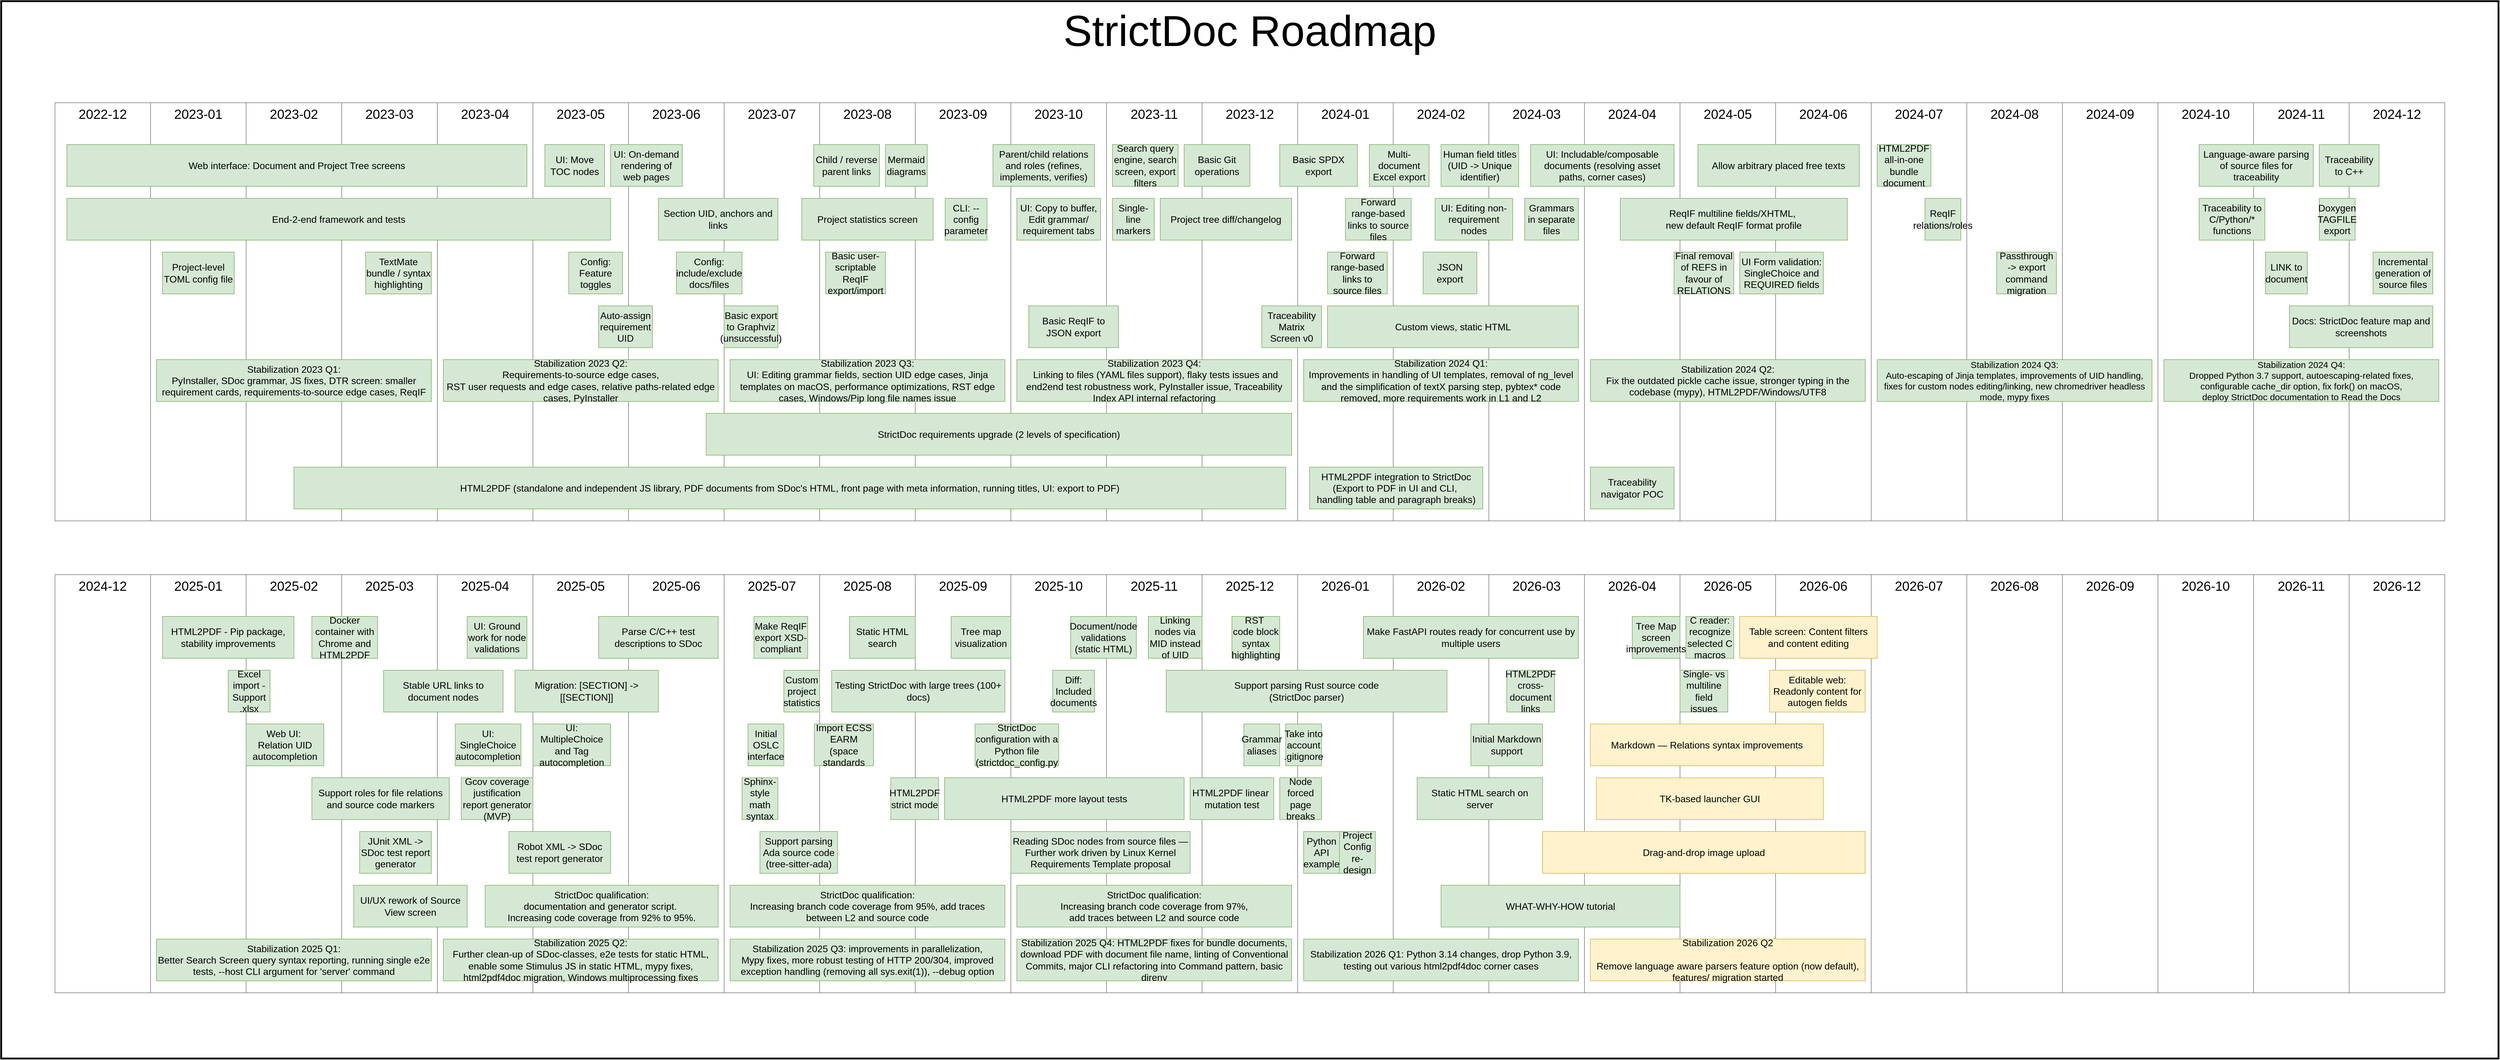
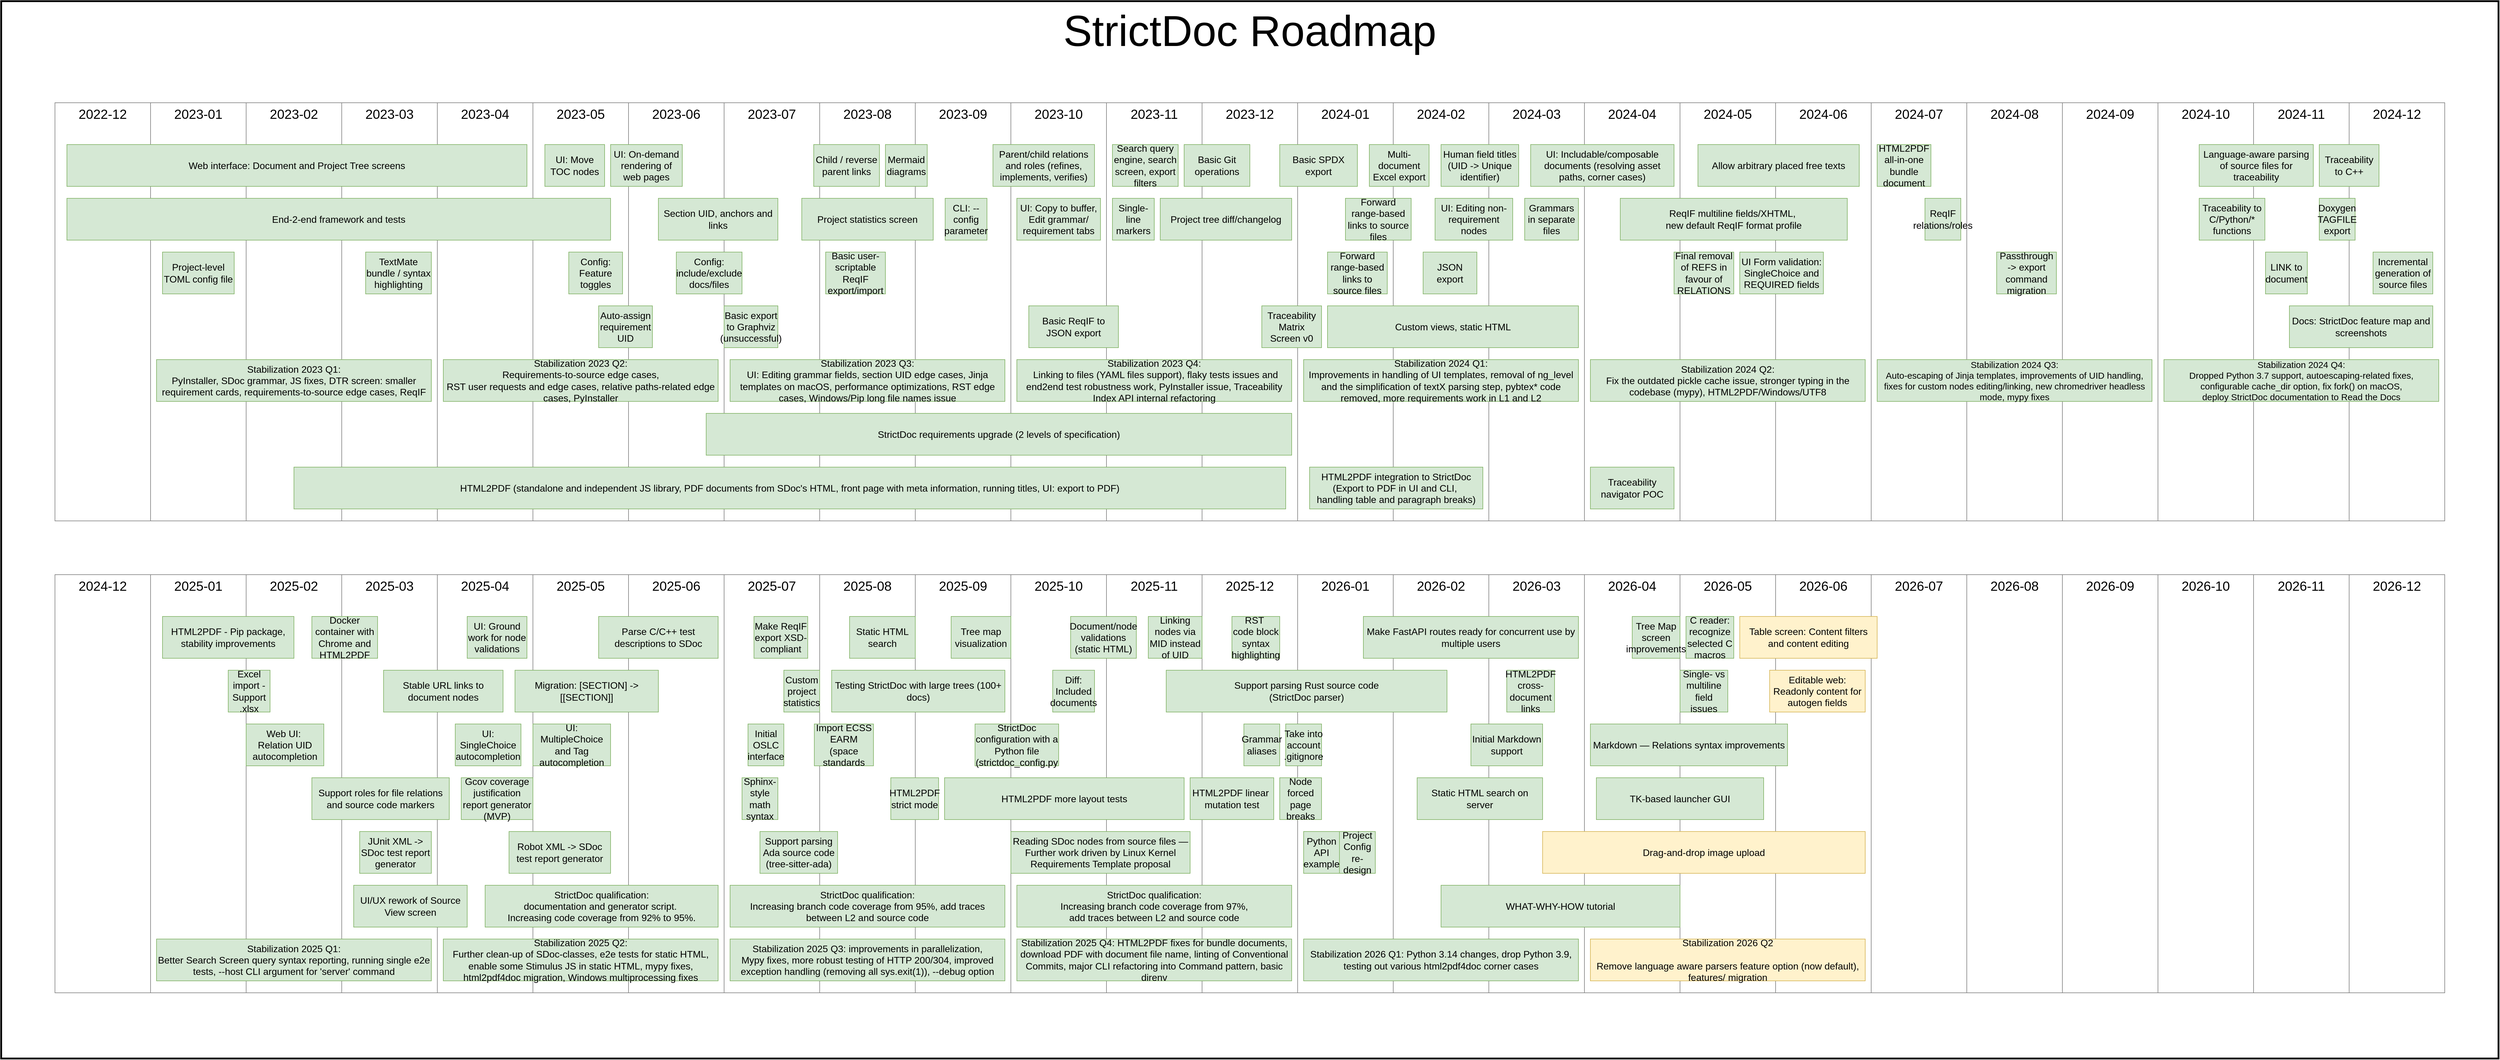
<mxfile host="Electron" agent="Mozilla/5.0 (X11; Linux x86_64) AppleWebKit/537.36 (KHTML, like Gecko) draw.io/28.2.5 Chrome/138.0.7204.251 Electron/37.6.1 Safari/537.36" version="28.2.5">
  <diagram name="Roadmap" id="QL4QDE5GQBR7DcBM7GMb">
-     <mxGraphModel dx="4606" dy="4705" grid="1" gridSize="10" guides="1" tooltips="1" connect="1" arrows="1" fold="1" page="1" pageScale="1" pageWidth="2339" pageHeight="3300" math="0" shadow="0">
+     <mxGraphModel dx="3219" dy="3873" grid="1" gridSize="10" guides="1" tooltips="1" connect="1" arrows="1" fold="1" page="1" pageScale="1" pageWidth="2339" pageHeight="3300" math="0" shadow="0">
      <root>
        <mxCell id="0" />
        <object label="Background" id="e4xbaoC47YMUbLc9hft--7">
          <mxCell style="" parent="0" />
        </object>
        <mxCell id="e4xbaoC47YMUbLc9hft--8" value="StrictDoc Roadmap" style="rounded=0;whiteSpace=wrap;html=1;verticalAlign=top;fontSize=72;strokeWidth=3;" parent="e4xbaoC47YMUbLc9hft--7" vertex="1">
          <mxGeometry x="-1450" y="-130" width="4180" height="1770" as="geometry" />
        </mxCell>
        <object label="Months" id="1">
          <mxCell style="locked=1;" parent="0" />
        </object>
        <mxCell id="5Hoejhb2v4ojji3GJ6aL-1" value="2023-09" style="rounded=0;whiteSpace=wrap;fontSize=22;verticalAlign=top;strokeColor=#808080;html=1;labelBorderColor=none;labelBackgroundColor=none;" parent="1" vertex="1">
          <mxGeometry x="80" y="40" width="160" height="700" as="geometry" />
        </mxCell>
        <mxCell id="5Hoejhb2v4ojji3GJ6aL-2" value="2023-10" style="rounded=0;whiteSpace=wrap;fontSize=22;verticalAlign=top;strokeColor=#808080;html=1;labelBorderColor=none;labelBackgroundColor=none;" parent="1" vertex="1">
          <mxGeometry x="240" y="40" width="160" height="700" as="geometry" />
        </mxCell>
        <mxCell id="5Hoejhb2v4ojji3GJ6aL-3" value="2023-11" style="rounded=0;whiteSpace=wrap;fontSize=22;verticalAlign=top;strokeColor=#808080;html=1;labelBorderColor=none;labelBackgroundColor=none;" parent="1" vertex="1">
          <mxGeometry x="400" y="40" width="160" height="700" as="geometry" />
        </mxCell>
        <mxCell id="5Hoejhb2v4ojji3GJ6aL-4" value="2023-12" style="rounded=0;whiteSpace=wrap;fontSize=22;verticalAlign=top;strokeColor=#808080;html=1;labelBorderColor=none;labelBackgroundColor=none;" parent="1" vertex="1">
          <mxGeometry x="560" y="40" width="160" height="700" as="geometry" />
        </mxCell>
        <mxCell id="5Hoejhb2v4ojji3GJ6aL-6" value="2023-08" style="rounded=0;whiteSpace=wrap;fontSize=22;verticalAlign=top;strokeColor=#808080;html=1;labelBorderColor=none;labelBackgroundColor=none;" parent="1" vertex="1">
          <mxGeometry x="-80" y="40" width="160" height="700" as="geometry" />
        </mxCell>
        <mxCell id="5Hoejhb2v4ojji3GJ6aL-7" value="2023-07" style="rounded=0;whiteSpace=wrap;fontSize=22;verticalAlign=top;strokeColor=#808080;html=1;labelBorderColor=none;labelBackgroundColor=none;" parent="1" vertex="1">
          <mxGeometry x="-240" y="40" width="160" height="700" as="geometry" />
        </mxCell>
        <mxCell id="5Hoejhb2v4ojji3GJ6aL-8" value="2023-06" style="rounded=0;whiteSpace=wrap;fontSize=22;verticalAlign=top;strokeColor=#808080;html=1;labelBorderColor=none;labelBackgroundColor=none;" parent="1" vertex="1">
          <mxGeometry x="-400" y="40" width="160" height="700" as="geometry" />
        </mxCell>
        <mxCell id="5Hoejhb2v4ojji3GJ6aL-9" value="2023-05" style="rounded=0;whiteSpace=wrap;fontSize=22;verticalAlign=top;strokeColor=#808080;html=1;labelBorderColor=none;labelBackgroundColor=none;" parent="1" vertex="1">
          <mxGeometry x="-560" y="40" width="160" height="700" as="geometry" />
        </mxCell>
        <mxCell id="5Hoejhb2v4ojji3GJ6aL-10" value="2023-04" style="rounded=0;whiteSpace=wrap;fontSize=22;verticalAlign=top;strokeColor=#808080;html=1;labelBorderColor=none;labelBackgroundColor=none;" parent="1" vertex="1">
          <mxGeometry x="-720" y="40" width="160" height="700" as="geometry" />
        </mxCell>
        <mxCell id="5Hoejhb2v4ojji3GJ6aL-11" value="2023-03" style="rounded=0;whiteSpace=wrap;fontSize=22;verticalAlign=top;strokeColor=#808080;html=1;labelBorderColor=none;labelBackgroundColor=none;" parent="1" vertex="1">
          <mxGeometry x="-880" y="40" width="160" height="700" as="geometry" />
        </mxCell>
        <mxCell id="5Hoejhb2v4ojji3GJ6aL-12" value="2023-02" style="rounded=0;whiteSpace=wrap;fontSize=22;verticalAlign=top;strokeColor=#808080;html=1;labelBorderColor=none;labelBackgroundColor=none;" parent="1" vertex="1">
          <mxGeometry x="-1040" y="40" width="160" height="700" as="geometry" />
        </mxCell>
        <mxCell id="5Hoejhb2v4ojji3GJ6aL-13" value="2023-01" style="rounded=0;whiteSpace=wrap;fontSize=22;verticalAlign=top;strokeColor=#808080;html=1;labelBorderColor=none;labelBackgroundColor=none;" parent="1" vertex="1">
          <mxGeometry x="-1200" y="40" width="160" height="700" as="geometry" />
        </mxCell>
        <mxCell id="5Hoejhb2v4ojji3GJ6aL-25" value="2024-01" style="rounded=0;whiteSpace=wrap;fontSize=22;verticalAlign=top;strokeColor=#808080;html=1;labelBorderColor=none;labelBackgroundColor=none;" parent="1" vertex="1">
          <mxGeometry x="720" y="40" width="160" height="700" as="geometry" />
        </mxCell>
        <mxCell id="5Hoejhb2v4ojji3GJ6aL-26" value="2024-02" style="rounded=0;whiteSpace=wrap;fontSize=22;verticalAlign=top;strokeColor=#808080;html=1;labelBorderColor=none;labelBackgroundColor=none;" parent="1" vertex="1">
          <mxGeometry x="880" y="40" width="160" height="700" as="geometry" />
        </mxCell>
        <mxCell id="5Hoejhb2v4ojji3GJ6aL-27" value="2024-03" style="rounded=0;whiteSpace=wrap;fontSize=22;verticalAlign=top;strokeColor=#808080;html=1;labelBorderColor=none;labelBackgroundColor=none;" parent="1" vertex="1">
          <mxGeometry x="1040" y="40" width="160" height="700" as="geometry" />
        </mxCell>
        <mxCell id="5Hoejhb2v4ojji3GJ6aL-30" value="2024-04" style="rounded=0;whiteSpace=wrap;fontSize=22;verticalAlign=top;strokeColor=#808080;html=1;labelBorderColor=none;labelBackgroundColor=none;" parent="1" vertex="1">
          <mxGeometry x="1200" y="40" width="160" height="700" as="geometry" />
        </mxCell>
        <mxCell id="5Hoejhb2v4ojji3GJ6aL-31" value="2024-05" style="rounded=0;whiteSpace=wrap;fontSize=22;verticalAlign=top;strokeColor=#808080;html=1;labelBorderColor=none;labelBackgroundColor=none;" parent="1" vertex="1">
          <mxGeometry x="1360" y="40" width="160" height="700" as="geometry" />
        </mxCell>
        <mxCell id="5Hoejhb2v4ojji3GJ6aL-32" value="2024-06" style="rounded=0;whiteSpace=wrap;fontSize=22;verticalAlign=top;strokeColor=#808080;html=1;labelBorderColor=none;labelBackgroundColor=none;" parent="1" vertex="1">
          <mxGeometry x="1520" y="40" width="160" height="700" as="geometry" />
        </mxCell>
        <mxCell id="5Hoejhb2v4ojji3GJ6aL-33" value="2024-07" style="rounded=0;whiteSpace=wrap;fontSize=22;verticalAlign=top;strokeColor=#808080;html=1;labelBorderColor=none;labelBackgroundColor=none;" parent="1" vertex="1">
          <mxGeometry x="1680" y="40" width="160" height="700" as="geometry" />
        </mxCell>
        <mxCell id="5Hoejhb2v4ojji3GJ6aL-34" value="2024-08" style="rounded=0;whiteSpace=wrap;fontSize=22;verticalAlign=top;strokeColor=#808080;html=1;labelBorderColor=none;labelBackgroundColor=none;" parent="1" vertex="1">
          <mxGeometry x="1840" y="40" width="160" height="700" as="geometry" />
        </mxCell>
        <mxCell id="5Hoejhb2v4ojji3GJ6aL-35" value="2024-09" style="rounded=0;whiteSpace=wrap;fontSize=22;verticalAlign=top;strokeColor=#808080;html=1;labelBorderColor=none;labelBackgroundColor=none;" parent="1" vertex="1">
          <mxGeometry x="2000" y="40" width="160" height="700" as="geometry" />
        </mxCell>
        <mxCell id="5Hoejhb2v4ojji3GJ6aL-36" value="2024-10" style="rounded=0;whiteSpace=wrap;fontSize=22;verticalAlign=top;strokeColor=#808080;html=1;labelBorderColor=none;labelBackgroundColor=none;" parent="1" vertex="1">
          <mxGeometry x="2160" y="40" width="160" height="700" as="geometry" />
        </mxCell>
        <mxCell id="5Hoejhb2v4ojji3GJ6aL-37" value="2024-11" style="rounded=0;whiteSpace=wrap;fontSize=22;verticalAlign=top;strokeColor=#808080;html=1;labelBorderColor=none;labelBackgroundColor=none;" parent="1" vertex="1">
          <mxGeometry x="2320" y="40" width="160" height="700" as="geometry" />
        </mxCell>
        <mxCell id="5Hoejhb2v4ojji3GJ6aL-38" value="2024-12" style="rounded=0;whiteSpace=wrap;fontSize=22;verticalAlign=top;strokeColor=#808080;html=1;labelBorderColor=none;labelBackgroundColor=none;" parent="1" vertex="1">
          <mxGeometry x="2480" y="40" width="160" height="700" as="geometry" />
        </mxCell>
        <mxCell id="5Hoejhb2v4ojji3GJ6aL-47" value="2022-12" style="rounded=0;whiteSpace=wrap;fontSize=22;verticalAlign=top;strokeColor=#808080;html=1;labelBorderColor=none;labelBackgroundColor=none;" parent="1" vertex="1">
          <mxGeometry x="-1360" y="40" width="160" height="700" as="geometry" />
        </mxCell>
        <mxCell id="vFR2ddkQemEW3wiGzv8y-28" value="2025-09" style="rounded=0;whiteSpace=wrap;fontSize=22;verticalAlign=top;strokeColor=#808080;html=1;labelBorderColor=none;labelBackgroundColor=none;" parent="1" vertex="1">
          <mxGeometry x="80" y="830" width="160" height="700" as="geometry" />
        </mxCell>
        <mxCell id="vFR2ddkQemEW3wiGzv8y-29" value="2025-10" style="rounded=0;whiteSpace=wrap;fontSize=22;verticalAlign=top;strokeColor=#808080;html=1;labelBorderColor=none;labelBackgroundColor=none;" parent="1" vertex="1">
          <mxGeometry x="240" y="830" width="160" height="700" as="geometry" />
        </mxCell>
        <mxCell id="vFR2ddkQemEW3wiGzv8y-30" value="2025-11" style="rounded=0;whiteSpace=wrap;fontSize=22;verticalAlign=top;strokeColor=#808080;html=1;labelBorderColor=none;labelBackgroundColor=none;" parent="1" vertex="1">
          <mxGeometry x="400" y="830" width="160" height="700" as="geometry" />
        </mxCell>
        <mxCell id="vFR2ddkQemEW3wiGzv8y-31" value="2025-12" style="rounded=0;whiteSpace=wrap;fontSize=22;verticalAlign=top;strokeColor=#808080;html=1;labelBorderColor=none;labelBackgroundColor=none;" parent="1" vertex="1">
          <mxGeometry x="560" y="830" width="160" height="700" as="geometry" />
        </mxCell>
        <mxCell id="vFR2ddkQemEW3wiGzv8y-32" value="2025-08" style="rounded=0;whiteSpace=wrap;fontSize=22;verticalAlign=top;strokeColor=#808080;html=1;labelBorderColor=none;labelBackgroundColor=none;" parent="1" vertex="1">
          <mxGeometry x="-80" y="830" width="160" height="700" as="geometry" />
        </mxCell>
        <mxCell id="vFR2ddkQemEW3wiGzv8y-33" value="2025-07" style="rounded=0;whiteSpace=wrap;fontSize=22;verticalAlign=top;strokeColor=#808080;html=1;labelBorderColor=none;labelBackgroundColor=none;" parent="1" vertex="1">
          <mxGeometry x="-240" y="830" width="160" height="700" as="geometry" />
        </mxCell>
        <mxCell id="vFR2ddkQemEW3wiGzv8y-34" value="2025-06" style="rounded=0;whiteSpace=wrap;fontSize=22;verticalAlign=top;strokeColor=#808080;html=1;labelBorderColor=none;labelBackgroundColor=none;" parent="1" vertex="1">
          <mxGeometry x="-400" y="830" width="160" height="700" as="geometry" />
        </mxCell>
        <mxCell id="vFR2ddkQemEW3wiGzv8y-35" value="2025-05" style="rounded=0;whiteSpace=wrap;fontSize=22;verticalAlign=top;strokeColor=#808080;html=1;labelBorderColor=none;labelBackgroundColor=none;" parent="1" vertex="1">
          <mxGeometry x="-560" y="830" width="160" height="700" as="geometry" />
        </mxCell>
        <mxCell id="vFR2ddkQemEW3wiGzv8y-36" value="2025-04" style="rounded=0;whiteSpace=wrap;fontSize=22;verticalAlign=top;strokeColor=#808080;html=1;labelBorderColor=none;labelBackgroundColor=none;" parent="1" vertex="1">
          <mxGeometry x="-720" y="830" width="160" height="700" as="geometry" />
        </mxCell>
        <mxCell id="vFR2ddkQemEW3wiGzv8y-37" value="2025-03" style="rounded=0;whiteSpace=wrap;fontSize=22;verticalAlign=top;strokeColor=#808080;html=1;labelBorderColor=none;labelBackgroundColor=none;" parent="1" vertex="1">
          <mxGeometry x="-880" y="830" width="160" height="700" as="geometry" />
        </mxCell>
        <mxCell id="vFR2ddkQemEW3wiGzv8y-38" value="2025-02" style="rounded=0;whiteSpace=wrap;fontSize=22;verticalAlign=top;strokeColor=#808080;html=1;labelBorderColor=none;labelBackgroundColor=none;" parent="1" vertex="1">
          <mxGeometry x="-1040" y="830" width="160" height="700" as="geometry" />
        </mxCell>
        <mxCell id="vFR2ddkQemEW3wiGzv8y-39" value="2025-01" style="rounded=0;whiteSpace=wrap;fontSize=22;verticalAlign=top;strokeColor=#808080;html=1;labelBorderColor=none;labelBackgroundColor=none;" parent="1" vertex="1">
          <mxGeometry x="-1200" y="830" width="160" height="700" as="geometry" />
        </mxCell>
        <mxCell id="vFR2ddkQemEW3wiGzv8y-40" value="2026-01" style="rounded=0;whiteSpace=wrap;fontSize=22;verticalAlign=top;strokeColor=#808080;html=1;labelBorderColor=none;labelBackgroundColor=none;" parent="1" vertex="1">
          <mxGeometry x="720" y="830" width="160" height="700" as="geometry" />
        </mxCell>
        <mxCell id="vFR2ddkQemEW3wiGzv8y-41" value="2026-02" style="rounded=0;whiteSpace=wrap;fontSize=22;verticalAlign=top;strokeColor=#808080;html=1;labelBorderColor=none;labelBackgroundColor=none;" parent="1" vertex="1">
          <mxGeometry x="880" y="830" width="160" height="700" as="geometry" />
        </mxCell>
        <mxCell id="vFR2ddkQemEW3wiGzv8y-42" value="2026-03" style="rounded=0;whiteSpace=wrap;fontSize=22;verticalAlign=top;strokeColor=#808080;html=1;labelBorderColor=none;labelBackgroundColor=none;" parent="1" vertex="1">
          <mxGeometry x="1040" y="830" width="160" height="700" as="geometry" />
        </mxCell>
        <mxCell id="vFR2ddkQemEW3wiGzv8y-43" value="2026-04" style="rounded=0;whiteSpace=wrap;fontSize=22;verticalAlign=top;strokeColor=#808080;html=1;labelBorderColor=none;labelBackgroundColor=none;" parent="1" vertex="1">
          <mxGeometry x="1200" y="830" width="160" height="700" as="geometry" />
        </mxCell>
        <mxCell id="vFR2ddkQemEW3wiGzv8y-44" value="2026-05" style="rounded=0;whiteSpace=wrap;fontSize=22;verticalAlign=top;strokeColor=#808080;html=1;labelBorderColor=none;labelBackgroundColor=none;" parent="1" vertex="1">
          <mxGeometry x="1360" y="830" width="160" height="700" as="geometry" />
        </mxCell>
        <mxCell id="vFR2ddkQemEW3wiGzv8y-45" value="2026-06" style="rounded=0;whiteSpace=wrap;fontSize=22;verticalAlign=top;strokeColor=#808080;html=1;labelBorderColor=none;labelBackgroundColor=none;" parent="1" vertex="1">
          <mxGeometry x="1520" y="830" width="160" height="700" as="geometry" />
        </mxCell>
        <mxCell id="vFR2ddkQemEW3wiGzv8y-46" value="2026-07" style="rounded=0;whiteSpace=wrap;fontSize=22;verticalAlign=top;strokeColor=#808080;html=1;labelBorderColor=none;labelBackgroundColor=none;" parent="1" vertex="1">
          <mxGeometry x="1680" y="830" width="160" height="700" as="geometry" />
        </mxCell>
        <mxCell id="vFR2ddkQemEW3wiGzv8y-47" value="2026-08" style="rounded=0;whiteSpace=wrap;fontSize=22;verticalAlign=top;strokeColor=#808080;html=1;labelBorderColor=none;labelBackgroundColor=none;" parent="1" vertex="1">
          <mxGeometry x="1840" y="830" width="160" height="700" as="geometry" />
        </mxCell>
        <mxCell id="vFR2ddkQemEW3wiGzv8y-48" value="2026-09" style="rounded=0;whiteSpace=wrap;fontSize=22;verticalAlign=top;strokeColor=#808080;html=1;labelBorderColor=none;labelBackgroundColor=none;" parent="1" vertex="1">
          <mxGeometry x="2000" y="830" width="160" height="700" as="geometry" />
        </mxCell>
        <mxCell id="vFR2ddkQemEW3wiGzv8y-49" value="2026-10" style="rounded=0;whiteSpace=wrap;fontSize=22;verticalAlign=top;strokeColor=#808080;html=1;labelBorderColor=none;labelBackgroundColor=none;" parent="1" vertex="1">
          <mxGeometry x="2160" y="830" width="160" height="700" as="geometry" />
        </mxCell>
        <mxCell id="vFR2ddkQemEW3wiGzv8y-50" value="2026-11" style="rounded=0;whiteSpace=wrap;fontSize=22;verticalAlign=top;strokeColor=#808080;html=1;labelBorderColor=none;labelBackgroundColor=none;" parent="1" vertex="1">
          <mxGeometry x="2320" y="830" width="160" height="700" as="geometry" />
        </mxCell>
        <mxCell id="vFR2ddkQemEW3wiGzv8y-51" value="2026-12" style="rounded=0;whiteSpace=wrap;fontSize=22;verticalAlign=top;strokeColor=#808080;html=1;labelBorderColor=none;labelBackgroundColor=none;" parent="1" vertex="1">
          <mxGeometry x="2480" y="830" width="160" height="700" as="geometry" />
        </mxCell>
        <mxCell id="vFR2ddkQemEW3wiGzv8y-52" value="2024-12" style="rounded=0;whiteSpace=wrap;fontSize=22;verticalAlign=top;strokeColor=#808080;html=1;labelBorderColor=none;labelBackgroundColor=none;" parent="1" vertex="1">
          <mxGeometry x="-1360" y="830" width="160" height="700" as="geometry" />
        </mxCell>
        <object label="Clusters" id="5Hoejhb2v4ojji3GJ6aL-50">
          <mxCell style="locked=1;" parent="0" />
        </object>
        <object label="Figures" id="5Hoejhb2v4ojji3GJ6aL-5">
          <mxCell style="" parent="0" />
        </object>
        <mxCell id="5Hoejhb2v4ojji3GJ6aL-21" value="Child / reverse parent links" style="text;html=1;strokeColor=#82b366;fillColor=#d5e8d4;align=center;verticalAlign=middle;whiteSpace=wrap;rounded=0;fontStyle=0;fontSize=16;" parent="5Hoejhb2v4ojji3GJ6aL-5" vertex="1">
          <mxGeometry x="-90" y="110" width="110" height="70" as="geometry" />
        </mxCell>
        <mxCell id="5Hoejhb2v4ojji3GJ6aL-39" value="Section UID, anchors and links" style="text;html=1;strokeColor=#82b366;fillColor=#d5e8d4;align=center;verticalAlign=middle;whiteSpace=wrap;rounded=0;fontStyle=0;fontSize=16;" parent="5Hoejhb2v4ojji3GJ6aL-5" vertex="1">
          <mxGeometry x="-350" y="200" width="200" height="70" as="geometry" />
        </mxCell>
        <mxCell id="5Hoejhb2v4ojji3GJ6aL-40" value="Auto-assign requirement UID" style="text;html=1;strokeColor=#82b366;fillColor=#d5e8d4;align=center;verticalAlign=middle;whiteSpace=wrap;rounded=0;fontStyle=0;fontSize=16;" parent="5Hoejhb2v4ojji3GJ6aL-5" vertex="1">
          <mxGeometry x="-450" y="380" width="90" height="70" as="geometry" />
        </mxCell>
        <mxCell id="5Hoejhb2v4ojji3GJ6aL-42" value="TextMate bundle / syntax highlighting" style="text;html=1;strokeColor=#82b366;fillColor=#d5e8d4;align=center;verticalAlign=middle;whiteSpace=wrap;rounded=0;fontStyle=0;fontSize=16;" parent="5Hoejhb2v4ojji3GJ6aL-5" vertex="1">
          <mxGeometry x="-840" y="290" width="110" height="70" as="geometry" />
        </mxCell>
        <mxCell id="5Hoejhb2v4ojji3GJ6aL-14" value="Project statistics screen" style="text;html=1;strokeColor=#82b366;fillColor=#d5e8d4;align=center;verticalAlign=middle;whiteSpace=wrap;rounded=0;fontStyle=0;fontSize=16;" parent="5Hoejhb2v4ojji3GJ6aL-5" vertex="1">
          <mxGeometry x="-110" y="200" width="220" height="70" as="geometry" />
        </mxCell>
        <mxCell id="5Hoejhb2v4ojji3GJ6aL-15" value="HTML2PDF (standalone and independent JS library, PDF documents from SDoc&#39;s HTML, front page with meta information, running titles, UI: export to PDF)" style="text;html=1;strokeColor=#82b366;fillColor=#d5e8d4;align=center;verticalAlign=middle;whiteSpace=wrap;rounded=0;fontStyle=0;fontSize=16;" parent="5Hoejhb2v4ojji3GJ6aL-5" vertex="1">
          <mxGeometry x="-960" y="650" width="1660" height="70" as="geometry" />
        </mxCell>
        <mxCell id="5Hoejhb2v4ojji3GJ6aL-17" value="&lt;font color=&quot;#000000&quot;&gt;Traceability&lt;/font&gt;&lt;font color=&quot;#000000&quot;&gt; Matrix Screen v0&lt;br&gt;&lt;/font&gt;" style="text;html=1;strokeColor=#82b366;fillColor=#d5e8d4;align=center;verticalAlign=middle;whiteSpace=wrap;rounded=0;fontStyle=0;fontSize=16;" parent="5Hoejhb2v4ojji3GJ6aL-5" vertex="1">
          <mxGeometry x="660" y="380" width="100" height="70" as="geometry" />
        </mxCell>
        <mxCell id="5Hoejhb2v4ojji3GJ6aL-19" value="Basic user-scriptable ReqIF export/import" style="text;html=1;strokeColor=#82b366;fillColor=#d5e8d4;align=center;verticalAlign=middle;whiteSpace=wrap;rounded=0;fontStyle=0;fontSize=16;" parent="5Hoejhb2v4ojji3GJ6aL-5" vertex="1">
          <mxGeometry x="-70" y="290" width="100" height="70" as="geometry" />
        </mxCell>
        <mxCell id="5Hoejhb2v4ojji3GJ6aL-23" value="CLI: --config parameter" style="text;html=1;strokeColor=#82b366;fillColor=#d5e8d4;align=center;verticalAlign=middle;whiteSpace=wrap;rounded=0;fontStyle=0;fontSize=16;" parent="5Hoejhb2v4ojji3GJ6aL-5" vertex="1">
          <mxGeometry x="130" y="200" width="70" height="70" as="geometry" />
        </mxCell>
        <mxCell id="5Hoejhb2v4ojji3GJ6aL-43" value="StrictDoc requirements upgrade (2 levels of specification)" style="text;html=1;strokeColor=#82b366;fillColor=#d5e8d4;align=center;verticalAlign=middle;whiteSpace=wrap;rounded=0;fontStyle=0;fontSize=16;" parent="5Hoejhb2v4ojji3GJ6aL-5" vertex="1">
          <mxGeometry x="-270" y="560" width="980" height="70" as="geometry" />
        </mxCell>
        <mxCell id="5Hoejhb2v4ojji3GJ6aL-45" value="&lt;font color=&quot;#000000&quot;&gt;Basic SPDX export&lt;br&gt;&lt;/font&gt;" style="text;html=1;strokeColor=#82b366;fillColor=#d5e8d4;align=center;verticalAlign=middle;whiteSpace=wrap;rounded=0;fontStyle=0;fontSize=16;" parent="5Hoejhb2v4ojji3GJ6aL-5" vertex="1">
          <mxGeometry x="690" y="110" width="130" height="70" as="geometry" />
        </mxCell>
        <mxCell id="5Hoejhb2v4ojji3GJ6aL-48" value="Web interface: Document and Project Tree screens" style="text;html=1;strokeColor=#82b366;fillColor=#d5e8d4;align=center;verticalAlign=middle;whiteSpace=wrap;rounded=0;fontStyle=0;fontSize=16;" parent="5Hoejhb2v4ojji3GJ6aL-5" vertex="1">
          <mxGeometry x="-1340" y="110" width="770" height="70" as="geometry" />
        </mxCell>
        <mxCell id="5Hoejhb2v4ojji3GJ6aL-51" value="End-2-end framework and tests" style="text;html=1;strokeColor=#82b366;fillColor=#d5e8d4;align=center;verticalAlign=middle;whiteSpace=wrap;rounded=0;fontStyle=0;fontSize=16;" parent="5Hoejhb2v4ojji3GJ6aL-5" vertex="1">
          <mxGeometry x="-1340" y="200" width="910" height="70" as="geometry" />
        </mxCell>
        <mxCell id="5Hoejhb2v4ojji3GJ6aL-52" value="&lt;div&gt;UI: On-demand rendering of web pages&lt;/div&gt;" style="text;html=1;strokeColor=#82b366;fillColor=#d5e8d4;align=center;verticalAlign=middle;whiteSpace=wrap;rounded=0;fontStyle=0;fontSize=16;" parent="5Hoejhb2v4ojji3GJ6aL-5" vertex="1">
          <mxGeometry x="-430" y="110" width="120" height="70" as="geometry" />
        </mxCell>
        <mxCell id="5Hoejhb2v4ojji3GJ6aL-53" value="UI: Move TOC nodes" style="text;html=1;strokeColor=#82b366;fillColor=#d5e8d4;align=center;verticalAlign=middle;whiteSpace=wrap;rounded=0;fontStyle=0;fontSize=16;" parent="5Hoejhb2v4ojji3GJ6aL-5" vertex="1">
          <mxGeometry x="-540" y="110" width="100" height="70" as="geometry" />
        </mxCell>
        <mxCell id="5Hoejhb2v4ojji3GJ6aL-54" value="Project-level TOML config file" style="text;html=1;strokeColor=#82b366;fillColor=#d5e8d4;align=center;verticalAlign=middle;whiteSpace=wrap;rounded=0;fontStyle=0;fontSize=16;" parent="5Hoejhb2v4ojji3GJ6aL-5" vertex="1">
          <mxGeometry x="-1180" y="290" width="120" height="70" as="geometry" />
        </mxCell>
        <mxCell id="e4xbaoC47YMUbLc9hft--1" value="Config: Feature toggles" style="text;html=1;strokeColor=#82b366;fillColor=#d5e8d4;align=center;verticalAlign=middle;whiteSpace=wrap;rounded=0;fontStyle=0;fontSize=16;" parent="5Hoejhb2v4ojji3GJ6aL-5" vertex="1">
          <mxGeometry x="-500" y="290" width="90" height="70" as="geometry" />
        </mxCell>
        <mxCell id="e4xbaoC47YMUbLc9hft--2" value="&lt;div&gt;Stabilization 2023 Q1:&lt;br&gt;&lt;/div&gt;&lt;div&gt;PyInstaller, SDoc grammar, JS fixes, DTR screen: smaller requirement cards, requirements-to-source edge cases, ReqIF&lt;/div&gt;" style="text;html=1;strokeColor=#82b366;fillColor=#d5e8d4;align=center;verticalAlign=middle;whiteSpace=wrap;rounded=0;fontStyle=0;fontSize=16;" parent="5Hoejhb2v4ojji3GJ6aL-5" vertex="1">
          <mxGeometry x="-1190" y="470" width="460" height="70" as="geometry" />
        </mxCell>
        <mxCell id="e4xbaoC47YMUbLc9hft--3" value="&lt;div&gt;Stabilization 2023 Q2:&lt;br&gt;&lt;/div&gt;&lt;div&gt;Requirements-to-source edge cases, &lt;br&gt;&lt;/div&gt;RST user requests and edge cases, relative paths-related edge cases, PyInstaller" style="text;html=1;strokeColor=#82b366;fillColor=#d5e8d4;align=center;verticalAlign=middle;whiteSpace=wrap;rounded=0;fontStyle=0;fontSize=16;" parent="5Hoejhb2v4ojji3GJ6aL-5" vertex="1">
          <mxGeometry x="-710" y="470" width="460" height="70" as="geometry" />
        </mxCell>
        <mxCell id="e4xbaoC47YMUbLc9hft--4" value="Config: include/exclude docs/files" style="text;html=1;strokeColor=#82b366;fillColor=#d5e8d4;align=center;verticalAlign=middle;whiteSpace=wrap;rounded=0;fontStyle=0;fontSize=16;" parent="5Hoejhb2v4ojji3GJ6aL-5" vertex="1">
          <mxGeometry x="-320" y="290" width="110" height="70" as="geometry" />
        </mxCell>
        <mxCell id="e4xbaoC47YMUbLc9hft--5" value="&lt;div&gt;Stabilization 2023 Q3:&lt;br&gt;&lt;/div&gt;UI: Editing grammar fields, section UID edge cases, Jinja templates on macOS, performance optimizations, RST edge cases, Windows/Pip long file names issue" style="text;html=1;strokeColor=#82b366;fillColor=#d5e8d4;align=center;verticalAlign=middle;whiteSpace=wrap;rounded=0;fontStyle=0;fontSize=16;" parent="5Hoejhb2v4ojji3GJ6aL-5" vertex="1">
          <mxGeometry x="-230" y="470" width="460" height="70" as="geometry" />
        </mxCell>
        <mxCell id="e4xbaoC47YMUbLc9hft--9" value="&lt;div&gt;Mermaid&lt;/div&gt;&lt;div&gt;diagrams&lt;/div&gt;" style="text;html=1;strokeColor=#82b366;fillColor=#d5e8d4;align=center;verticalAlign=middle;whiteSpace=wrap;rounded=0;fontStyle=0;fontSize=16;" parent="5Hoejhb2v4ojji3GJ6aL-5" vertex="1">
          <mxGeometry x="30" y="110" width="70" height="70" as="geometry" />
        </mxCell>
        <mxCell id="e4xbaoC47YMUbLc9hft--18" value="&lt;div&gt;Stabilization 2023 Q4:&lt;/div&gt;&lt;div&gt;&amp;nbsp;Linking to files (YAML files support), flaky tests issues and end2end test robustness work, PyInstaller issue, Traceability Index API internal refactoring&lt;br&gt;&lt;/div&gt;" style="text;html=1;strokeColor=#82b366;fillColor=#d5e8d4;align=center;verticalAlign=middle;whiteSpace=wrap;rounded=0;fontStyle=0;fontSize=16;" parent="5Hoejhb2v4ojji3GJ6aL-5" vertex="1">
          <mxGeometry x="250" y="470" width="460" height="70" as="geometry" />
        </mxCell>
        <mxCell id="ZHUxJVqyrOpv6eid2pWU-1" value="Parent/child relations and roles (refines, implements, verifies)" style="text;html=1;strokeColor=#82b366;fillColor=#d5e8d4;align=center;verticalAlign=middle;whiteSpace=wrap;rounded=0;fontStyle=0;fontSize=16;" parent="5Hoejhb2v4ojji3GJ6aL-5" vertex="1">
          <mxGeometry x="210" y="110" width="170" height="70" as="geometry" />
        </mxCell>
        <mxCell id="ZHUxJVqyrOpv6eid2pWU-2" value="Basic ReqIF to JSON export" style="text;html=1;strokeColor=#82b366;fillColor=#d5e8d4;align=center;verticalAlign=middle;whiteSpace=wrap;rounded=0;fontStyle=0;fontSize=16;" parent="5Hoejhb2v4ojji3GJ6aL-5" vertex="1">
          <mxGeometry x="270" y="380" width="150" height="70" as="geometry" />
        </mxCell>
        <mxCell id="k8s1h_Z_zSzXEBWhGtG7-1" value="&lt;div&gt;UI: Copy to buffer, Edit grammar/&lt;/div&gt;&lt;div&gt;requirement tabs&lt;br&gt;&lt;/div&gt;" style="text;html=1;strokeColor=#82b366;fillColor=#d5e8d4;align=center;verticalAlign=middle;whiteSpace=wrap;rounded=0;fontStyle=0;fontSize=16;" parent="5Hoejhb2v4ojji3GJ6aL-5" vertex="1">
          <mxGeometry x="250" y="200" width="140" height="70" as="geometry" />
        </mxCell>
        <mxCell id="5td-1cRUoRHkrHs212uj-1" value="Search query engine, search screen, export filters" style="text;html=1;strokeColor=#82b366;fillColor=#d5e8d4;align=center;verticalAlign=middle;whiteSpace=wrap;rounded=0;fontStyle=0;fontSize=16;" parent="5Hoejhb2v4ojji3GJ6aL-5" vertex="1">
          <mxGeometry x="410" y="110" width="110" height="70" as="geometry" />
        </mxCell>
        <mxCell id="5td-1cRUoRHkrHs212uj-2" value="Single-line markers" style="text;html=1;strokeColor=#82b366;fillColor=#d5e8d4;align=center;verticalAlign=middle;whiteSpace=wrap;rounded=0;fontStyle=0;fontSize=16;" parent="5Hoejhb2v4ojji3GJ6aL-5" vertex="1">
          <mxGeometry x="410" y="200" width="70" height="70" as="geometry" />
        </mxCell>
        <mxCell id="bzxhuAx1fFq9lgteCzhm-1" value="&lt;font color=&quot;#000000&quot;&gt;Project tree diff/changelog&lt;/font&gt;" style="text;html=1;strokeColor=#82b366;fillColor=#d5e8d4;align=center;verticalAlign=middle;whiteSpace=wrap;rounded=0;fontStyle=0;fontSize=16;" parent="5Hoejhb2v4ojji3GJ6aL-5" vertex="1">
          <mxGeometry x="490" y="200" width="220" height="70" as="geometry" />
        </mxCell>
        <mxCell id="xoYxP1hTg36p0s3yFHkj-1" value="Docs: StrictDoc feature map and screenshots" style="text;html=1;strokeColor=#82b366;fillColor=#d5e8d4;align=center;verticalAlign=middle;whiteSpace=wrap;rounded=0;fontStyle=0;fontSize=16;" parent="5Hoejhb2v4ojji3GJ6aL-5" vertex="1">
          <mxGeometry x="2380" y="380" width="240" height="70" as="geometry" />
        </mxCell>
        <mxCell id="xoYxP1hTg36p0s3yFHkj-2" value="&lt;font color=&quot;#000000&quot;&gt;Traceability navigator POC&lt;br&gt;&lt;/font&gt;" style="text;html=1;align=center;verticalAlign=middle;whiteSpace=wrap;rounded=0;fontStyle=0;fontSize=16;fillColor=#d5e8d4;strokeColor=#82b366;" parent="5Hoejhb2v4ojji3GJ6aL-5" vertex="1">
          <mxGeometry x="1210" y="650" width="140" height="70" as="geometry" />
        </mxCell>
        <mxCell id="xoYxP1hTg36p0s3yFHkj-6" value="&lt;font color=&quot;#000000&quot;&gt;UI: Editing non-requirement nodes&lt;/font&gt;" style="text;html=1;strokeColor=#82b366;fillColor=#d5e8d4;align=center;verticalAlign=middle;whiteSpace=wrap;rounded=0;fontStyle=0;fontSize=16;" parent="5Hoejhb2v4ojji3GJ6aL-5" vertex="1">
          <mxGeometry x="950" y="200" width="130" height="70" as="geometry" />
        </mxCell>
        <mxCell id="xoYxP1hTg36p0s3yFHkj-7" value="Basic Git operations" style="text;html=1;strokeColor=#82b366;fillColor=#d5e8d4;align=center;verticalAlign=middle;whiteSpace=wrap;rounded=0;fontStyle=0;fontSize=16;" parent="5Hoejhb2v4ojji3GJ6aL-5" vertex="1">
          <mxGeometry x="530" y="110" width="110" height="70" as="geometry" />
        </mxCell>
        <mxCell id="fWdrbh18M2HJ4tMojr6s-1" value="&lt;font color=&quot;#000000&quot;&gt;Allow arbitrary placed free texts&lt;/font&gt;" style="text;html=1;strokeColor=#82b366;fillColor=#d5e8d4;align=center;verticalAlign=middle;whiteSpace=wrap;rounded=0;fontStyle=0;fontSize=16;" parent="5Hoejhb2v4ojji3GJ6aL-5" vertex="1">
          <mxGeometry x="1390" y="110" width="270" height="70" as="geometry" />
        </mxCell>
        <mxCell id="fWdrbh18M2HJ4tMojr6s-2" value="Basic export to Graphviz (unsuccessful)" style="text;html=1;strokeColor=#82b366;fillColor=#d5e8d4;align=center;verticalAlign=middle;whiteSpace=wrap;rounded=0;fontStyle=0;fontSize=16;" parent="5Hoejhb2v4ojji3GJ6aL-5" vertex="1">
          <mxGeometry x="-240" y="380" width="90" height="70" as="geometry" />
        </mxCell>
        <mxCell id="YCubefTHywfSa6VliQcR-1" value="Forward range-based links to source files" style="text;html=1;strokeColor=#82b366;fillColor=#d5e8d4;align=center;verticalAlign=middle;whiteSpace=wrap;rounded=0;fontStyle=0;fontSize=16;" parent="5Hoejhb2v4ojji3GJ6aL-5" vertex="1">
          <mxGeometry x="770" y="290" width="100" height="70" as="geometry" />
        </mxCell>
        <mxCell id="YCubefTHywfSa6VliQcR-2" value="&lt;font color=&quot;#000000&quot;&gt;Custom views&lt;/font&gt;, static HTML" style="text;html=1;strokeColor=#82b366;fillColor=#d5e8d4;align=center;verticalAlign=middle;whiteSpace=wrap;rounded=0;fontStyle=0;fontSize=16;" parent="5Hoejhb2v4ojji3GJ6aL-5" vertex="1">
          <mxGeometry x="770" y="380" width="420" height="70" as="geometry" />
        </mxCell>
        <mxCell id="YCubefTHywfSa6VliQcR-3" value="&lt;div&gt;HTML2PDF integration to StrictDoc (Export to PDF in UI and CLI,&amp;nbsp;&lt;/div&gt;&lt;div&gt;handling table and paragraph breaks)&lt;/div&gt;" style="text;html=1;strokeColor=#82b366;fillColor=#d5e8d4;align=center;verticalAlign=middle;whiteSpace=wrap;rounded=0;fontStyle=0;fontSize=16;" parent="5Hoejhb2v4ojji3GJ6aL-5" vertex="1">
          <mxGeometry x="740" y="650" width="290" height="70" as="geometry" />
        </mxCell>
        <mxCell id="q5IPKXtHMBc3mqMKsgA0-1" value="&lt;font color=&quot;#000000&quot;&gt;Grammars in separate files&lt;br&gt;&lt;/font&gt;" style="text;html=1;strokeColor=#82b366;fillColor=#d5e8d4;align=center;verticalAlign=middle;whiteSpace=wrap;rounded=0;fontStyle=0;fontSize=16;" parent="5Hoejhb2v4ojji3GJ6aL-5" vertex="1">
          <mxGeometry x="1100" y="200" width="90" height="70" as="geometry" />
        </mxCell>
        <mxCell id="q5IPKXtHMBc3mqMKsgA0-2" value="&lt;div&gt;Human field titles&lt;/div&gt;&lt;div&gt;(UID -&amp;gt; Unique identifier)&lt;br&gt;&lt;/div&gt;" style="text;html=1;strokeColor=#82b366;fillColor=#d5e8d4;align=center;verticalAlign=middle;whiteSpace=wrap;rounded=0;fontStyle=0;fontSize=16;" parent="5Hoejhb2v4ojji3GJ6aL-5" vertex="1">
          <mxGeometry x="960" y="110" width="130" height="70" as="geometry" />
        </mxCell>
        <mxCell id="q5IPKXtHMBc3mqMKsgA0-3" value="JSON export" style="text;html=1;strokeColor=#82b366;fillColor=#d5e8d4;align=center;verticalAlign=middle;whiteSpace=wrap;rounded=0;fontStyle=0;fontSize=16;" parent="5Hoejhb2v4ojji3GJ6aL-5" vertex="1">
          <mxGeometry x="930" y="290" width="90" height="70" as="geometry" />
        </mxCell>
        <mxCell id="q5IPKXtHMBc3mqMKsgA0-4" value="Forward range-based links to source files" style="text;html=1;strokeColor=#82b366;fillColor=#d5e8d4;align=center;verticalAlign=middle;whiteSpace=wrap;rounded=0;fontStyle=0;fontSize=16;" parent="5Hoejhb2v4ojji3GJ6aL-5" vertex="1">
          <mxGeometry x="800" y="200" width="110" height="70" as="geometry" />
        </mxCell>
        <mxCell id="q5IPKXtHMBc3mqMKsgA0-5" value="&lt;div&gt;Stabilization 2024 Q1:&lt;/div&gt;&lt;div&gt;Improvements in handling of UI templates, removal of ng_level and the simplification of textX parsing step, pybtex* code removed, more requirements work in L1 and L2 &lt;/div&gt;" style="text;html=1;strokeColor=#82b366;fillColor=#d5e8d4;align=center;verticalAlign=middle;whiteSpace=wrap;rounded=0;fontStyle=0;fontSize=16;" parent="5Hoejhb2v4ojji3GJ6aL-5" vertex="1">
          <mxGeometry x="730" y="470" width="460" height="70" as="geometry" />
        </mxCell>
        <mxCell id="q5IPKXtHMBc3mqMKsgA0-6" value="Multi-document Excel export" style="text;html=1;strokeColor=#82b366;fillColor=#d5e8d4;align=center;verticalAlign=middle;whiteSpace=wrap;rounded=0;fontStyle=0;fontSize=16;" parent="5Hoejhb2v4ojji3GJ6aL-5" vertex="1">
          <mxGeometry x="840" y="110" width="100" height="70" as="geometry" />
        </mxCell>
        <mxCell id="q5IPKXtHMBc3mqMKsgA0-7" value="&lt;font color=&quot;#000000&quot;&gt;UI: Includable/composable documents&lt;/font&gt;&lt;font color=&quot;#000000&quot;&gt; (resolving asset paths, corner cases)&lt;br&gt;&lt;/font&gt;" style="text;html=1;strokeColor=#82b366;fillColor=#d5e8d4;align=center;verticalAlign=middle;whiteSpace=wrap;rounded=0;fontStyle=0;fontSize=16;" parent="5Hoejhb2v4ojji3GJ6aL-5" vertex="1">
          <mxGeometry x="1110" y="110" width="240" height="70" as="geometry" />
        </mxCell>
        <mxCell id="9dWRTfwKY_ZTF-qxbLCA-1" value="&lt;div&gt;Stabilization 2024 Q2:&lt;/div&gt;&lt;div&gt;Fix the outdated pickle cache issue, stronger typing in the codebase (mypy), HTML2PDF/Windows/UTF8&lt;/div&gt;" style="text;html=1;strokeColor=#82b366;fillColor=#d5e8d4;align=center;verticalAlign=middle;whiteSpace=wrap;rounded=0;fontStyle=0;fontSize=16;" parent="5Hoejhb2v4ojji3GJ6aL-5" vertex="1">
          <mxGeometry x="1210" y="470" width="460" height="70" as="geometry" />
        </mxCell>
        <mxCell id="5oKDhfBHpDyuIblvIitN-1" value="&lt;div&gt;ReqIF multiline fields/XHTML,&amp;nbsp;&lt;/div&gt;&lt;div&gt;new default ReqIF format profile&lt;br&gt;&lt;/div&gt;" style="text;html=1;strokeColor=#82b366;fillColor=#d5e8d4;align=center;verticalAlign=middle;whiteSpace=wrap;rounded=0;fontStyle=0;fontSize=16;" parent="5Hoejhb2v4ojji3GJ6aL-5" vertex="1">
          <mxGeometry x="1260" y="200" width="380" height="70" as="geometry" />
        </mxCell>
        <mxCell id="BHpWnK0uKLfCvxolmVS--2" value="Final removal of REFS in favour of RELATIONS" style="text;html=1;strokeColor=#82b366;fillColor=#d5e8d4;align=center;verticalAlign=middle;whiteSpace=wrap;rounded=0;fontStyle=0;fontSize=16;" parent="5Hoejhb2v4ojji3GJ6aL-5" vertex="1">
          <mxGeometry x="1350" y="290" width="100" height="70" as="geometry" />
        </mxCell>
        <mxCell id="BHpWnK0uKLfCvxolmVS--3" value="UI Form validation: SingleChoice and REQUIRED fields" style="text;html=1;strokeColor=#82b366;fillColor=#d5e8d4;align=center;verticalAlign=middle;whiteSpace=wrap;rounded=0;fontStyle=0;fontSize=16;" parent="5Hoejhb2v4ojji3GJ6aL-5" vertex="1">
          <mxGeometry x="1460" y="290" width="140" height="70" as="geometry" />
        </mxCell>
        <mxCell id="M5iQXvj3tZWS6f2_-kH6-1" value="&lt;font color=&quot;#000000&quot;&gt;HTML2PDF &lt;br&gt;all-in-one bundle &lt;br&gt;document&lt;/font&gt;&lt;br&gt;" style="text;html=1;strokeColor=#82b366;fillColor=#d5e8d4;align=center;verticalAlign=middle;whiteSpace=wrap;rounded=0;fontStyle=0;fontSize=16;" parent="5Hoejhb2v4ojji3GJ6aL-5" vertex="1">
          <mxGeometry x="1690" y="110" width="90" height="70" as="geometry" />
        </mxCell>
        <mxCell id="M5iQXvj3tZWS6f2_-kH6-2" value="&lt;div style=&quot;font-size: 15px;&quot;&gt;Stabilization 2024 Q3:&lt;/div&gt;&lt;div style=&quot;font-size: 15px;&quot;&gt;Auto-escaping of Jinja templates, improvements of UID handling, fixes for custom nodes editing/linking, new chromedriver headless mode, mypy fixes&lt;/div&gt;" style="text;html=1;strokeColor=#82b366;fillColor=#d5e8d4;align=center;verticalAlign=middle;whiteSpace=wrap;rounded=0;fontStyle=0;fontSize=15;" parent="5Hoejhb2v4ojji3GJ6aL-5" vertex="1">
          <mxGeometry x="1690" y="470" width="460" height="70" as="geometry" />
        </mxCell>
        <mxCell id="M5iQXvj3tZWS6f2_-kH6-5" value="&lt;div&gt;&lt;font color=&quot;#000000&quot;&gt;ReqIF&lt;/font&gt;&lt;/div&gt;&lt;div&gt;&lt;font color=&quot;#000000&quot;&gt;relations/roles&lt;/font&gt;&lt;br&gt;&lt;/div&gt;" style="text;html=1;strokeColor=#82b366;fillColor=#d5e8d4;align=center;verticalAlign=middle;whiteSpace=wrap;rounded=0;fontStyle=0;fontSize=16;" parent="5Hoejhb2v4ojji3GJ6aL-5" vertex="1">
          <mxGeometry x="1770" y="200" width="60" height="70" as="geometry" />
        </mxCell>
        <mxCell id="M5iQXvj3tZWS6f2_-kH6-6" value="&lt;font color=&quot;#000000&quot;&gt;Passthrough -&amp;gt; export command migration&lt;/font&gt;" style="text;html=1;strokeColor=#82b366;fillColor=#d5e8d4;align=center;verticalAlign=middle;whiteSpace=wrap;rounded=0;fontStyle=0;fontSize=16;" parent="5Hoejhb2v4ojji3GJ6aL-5" vertex="1">
          <mxGeometry x="1890" y="290" width="100" height="70" as="geometry" />
        </mxCell>
        <mxCell id="DVGK4SHqakHRgEz5WcLX-1" value="&lt;div style=&quot;font-size: 15px;&quot;&gt;Stabilization 2024 Q4:&lt;/div&gt;&lt;div style=&quot;font-size: 15px;&quot;&gt;Dropped Python 3.7 support, autoescaping-related fixes, configurable cache_dir option, fix fork() on macOS,&lt;br&gt;&lt;/div&gt;&lt;div style=&quot;font-size: 15px;&quot;&gt;deploy StrictDoc documentation to Read the Docs&lt;br&gt;&lt;/div&gt;" style="text;html=1;strokeColor=#82b366;fillColor=#d5e8d4;align=center;verticalAlign=middle;whiteSpace=wrap;rounded=0;fontStyle=0;fontSize=15;" parent="5Hoejhb2v4ojji3GJ6aL-5" vertex="1">
          <mxGeometry x="2170" y="470" width="460" height="70" as="geometry" />
        </mxCell>
        <mxCell id="DVGK4SHqakHRgEz5WcLX-2" value="Traceability to C/Python/* functions" style="text;html=1;align=center;verticalAlign=middle;whiteSpace=wrap;rounded=0;fontStyle=0;fontSize=16;fillColor=#d5e8d4;strokeColor=#82b366;" parent="5Hoejhb2v4ojji3GJ6aL-5" vertex="1">
          <mxGeometry x="2229" y="200" width="110" height="70" as="geometry" />
        </mxCell>
        <mxCell id="Q921SkYYr6UFh-46NOXI-1" value="Language-aware parsing of source files for traceability" style="text;html=1;align=center;verticalAlign=middle;whiteSpace=wrap;rounded=0;fontStyle=0;fontSize=16;fillColor=#d5e8d4;strokeColor=#82b366;" parent="5Hoejhb2v4ojji3GJ6aL-5" vertex="1">
          <mxGeometry x="2229" y="110" width="191" height="70" as="geometry" />
        </mxCell>
        <mxCell id="eXEqTkGTZLtlY54Fnls3-1" value="LINK to document" style="text;html=1;align=center;verticalAlign=middle;whiteSpace=wrap;rounded=0;fontStyle=0;fontSize=16;fillColor=#d5e8d4;strokeColor=#82b366;" parent="5Hoejhb2v4ojji3GJ6aL-5" vertex="1">
          <mxGeometry x="2340" y="290" width="70" height="70" as="geometry" />
        </mxCell>
        <mxCell id="eXEqTkGTZLtlY54Fnls3-2" value="Traceability to C++" style="text;html=1;align=center;verticalAlign=middle;whiteSpace=wrap;rounded=0;fontStyle=0;fontSize=16;fillColor=#d5e8d4;strokeColor=#82b366;" parent="5Hoejhb2v4ojji3GJ6aL-5" vertex="1">
          <mxGeometry x="2430" y="110" width="100" height="70" as="geometry" />
        </mxCell>
        <mxCell id="8H-WTupFZFOCgWsWCiur-1" value="&lt;div&gt;Doxygen TAGFILE&lt;/div&gt;&lt;div&gt;export&lt;br&gt;&lt;/div&gt;" style="text;html=1;align=center;verticalAlign=middle;whiteSpace=wrap;rounded=0;fontStyle=0;fontSize=16;fillColor=#d5e8d4;strokeColor=#82b366;" parent="5Hoejhb2v4ojji3GJ6aL-5" vertex="1">
          <mxGeometry x="2430" y="200" width="60" height="70" as="geometry" />
        </mxCell>
        <mxCell id="NXW3nEukRnEIemB_1rk6-1" value="Incremental generation of source files" style="text;html=1;align=center;verticalAlign=middle;whiteSpace=wrap;rounded=0;fontStyle=0;fontSize=16;fillColor=#d5e8d4;strokeColor=#82b366;" parent="5Hoejhb2v4ojji3GJ6aL-5" vertex="1">
          <mxGeometry x="2520" y="290" width="100" height="70" as="geometry" />
        </mxCell>
        <mxCell id="vFR2ddkQemEW3wiGzv8y-53" value="HTML2PDF - Pip package, stability improvements" style="text;html=1;strokeColor=#82b366;fillColor=#d5e8d4;align=center;verticalAlign=middle;whiteSpace=wrap;rounded=0;fontStyle=0;fontSize=16;" parent="5Hoejhb2v4ojji3GJ6aL-5" vertex="1">
          <mxGeometry x="-1180" y="900" width="220" height="70" as="geometry" />
        </mxCell>
        <mxCell id="vFR2ddkQemEW3wiGzv8y-54" value="Excel import - Support .xlsx" style="text;html=1;strokeColor=#82b366;fillColor=#d5e8d4;align=center;verticalAlign=middle;whiteSpace=wrap;rounded=0;fontStyle=0;fontSize=16;" parent="5Hoejhb2v4ojji3GJ6aL-5" vertex="1">
          <mxGeometry x="-1070" y="990" width="70" height="70" as="geometry" />
        </mxCell>
        <mxCell id="2FAFVsbkAT3x3odHAFQI-1" value="&lt;div&gt;Web UI:&amp;nbsp;&lt;/div&gt;&lt;div&gt;Relation UID autocompletion&lt;/div&gt;" style="text;html=1;strokeColor=#82b366;fillColor=#d5e8d4;align=center;verticalAlign=middle;whiteSpace=wrap;rounded=0;fontStyle=0;fontSize=16;" parent="5Hoejhb2v4ojji3GJ6aL-5" vertex="1">
          <mxGeometry x="-1040" y="1080" width="130" height="70" as="geometry" />
        </mxCell>
        <mxCell id="2FAFVsbkAT3x3odHAFQI-2" value="&lt;div&gt;Stabilization 2025 Q1:&lt;br&gt;&lt;/div&gt;&lt;div&gt;Better Search Screen query syntax reporting, running single e2e tests, --host CLI argument for &#39;server&#39; command&lt;/div&gt;" style="text;html=1;strokeColor=#82b366;fillColor=#d5e8d4;align=center;verticalAlign=middle;whiteSpace=wrap;rounded=0;fontStyle=0;fontSize=16;" parent="5Hoejhb2v4ojji3GJ6aL-5" vertex="1">
          <mxGeometry x="-1190" y="1440" width="460" height="70" as="geometry" />
        </mxCell>
        <mxCell id="jwnssjy23zgWTyzq0ZdY-1" value="Support roles for file relations and source code markers" style="text;html=1;strokeColor=#82b366;fillColor=#d5e8d4;align=center;verticalAlign=middle;whiteSpace=wrap;rounded=0;fontStyle=0;fontSize=16;" parent="5Hoejhb2v4ojji3GJ6aL-5" vertex="1">
          <mxGeometry x="-930" y="1170" width="230" height="70" as="geometry" />
        </mxCell>
        <mxCell id="jwnssjy23zgWTyzq0ZdY-2" value="Docker container with Chrome and HTML2PDF" style="text;html=1;strokeColor=#82b366;fillColor=#d5e8d4;align=center;verticalAlign=middle;whiteSpace=wrap;rounded=0;fontStyle=0;fontSize=16;" parent="5Hoejhb2v4ojji3GJ6aL-5" vertex="1">
          <mxGeometry x="-930" y="900" width="110" height="70" as="geometry" />
        </mxCell>
        <mxCell id="jwnssjy23zgWTyzq0ZdY-3" value="UI/UX rework of Source View screen" style="text;html=1;strokeColor=#82b366;fillColor=#d5e8d4;align=center;verticalAlign=middle;whiteSpace=wrap;rounded=0;fontStyle=0;fontSize=16;" parent="5Hoejhb2v4ojji3GJ6aL-5" vertex="1">
          <mxGeometry x="-860" y="1350" width="190" height="70" as="geometry" />
        </mxCell>
        <mxCell id="jwnssjy23zgWTyzq0ZdY-4" value="Document/node&lt;div&gt;validations&lt;div&gt;(static HTML)&lt;/div&gt;&lt;/div&gt;" style="text;html=1;align=center;verticalAlign=middle;whiteSpace=wrap;rounded=0;fontStyle=0;fontSize=16;fillColor=#d5e8d4;strokeColor=#82b366;" parent="5Hoejhb2v4ojji3GJ6aL-5" vertex="1">
          <mxGeometry x="340" y="900" width="110" height="70" as="geometry" />
        </mxCell>
        <mxCell id="jwnssjy23zgWTyzq0ZdY-6" value="JUnit XML -&amp;gt; SDoc test report generator" style="text;html=1;strokeColor=#82b366;fillColor=#d5e8d4;align=center;verticalAlign=middle;whiteSpace=wrap;rounded=0;fontStyle=0;fontSize=16;" parent="5Hoejhb2v4ojji3GJ6aL-5" vertex="1">
          <mxGeometry x="-850" y="1260" width="120" height="70" as="geometry" />
        </mxCell>
        <mxCell id="5O99w3PwopgMqQQ5KaQY-1" value="&lt;div&gt;Stabilization 2025 Q2:&lt;br&gt;&lt;/div&gt;&lt;div&gt;Further clean-up of SDoc-classes, e2e tests for static HTML, enable some Stimulus JS in static HTML, mypy fixes, html2pdf4doc migration, Windows multiprocessing fixes&lt;/div&gt;" style="text;html=1;strokeColor=#82b366;fillColor=#d5e8d4;align=center;verticalAlign=middle;whiteSpace=wrap;rounded=0;fontStyle=0;fontSize=16;" parent="5Hoejhb2v4ojji3GJ6aL-5" vertex="1">
          <mxGeometry x="-710" y="1440" width="460" height="70" as="geometry" />
        </mxCell>
        <mxCell id="5O99w3PwopgMqQQ5KaQY-2" value="Gcov coverage justification report generator (MVP)" style="text;html=1;strokeColor=#82b366;fillColor=#d5e8d4;align=center;verticalAlign=middle;whiteSpace=wrap;rounded=0;fontStyle=0;fontSize=16;" parent="5Hoejhb2v4ojji3GJ6aL-5" vertex="1">
          <mxGeometry x="-680" y="1170" width="120" height="70" as="geometry" />
        </mxCell>
        <mxCell id="mmp19IjbKsf9JtkNIgzo-1" value="UI: Ground work for node validations" style="text;html=1;strokeColor=#82b366;fillColor=#d5e8d4;align=center;verticalAlign=middle;whiteSpace=wrap;rounded=0;fontStyle=0;fontSize=16;" parent="5Hoejhb2v4ojji3GJ6aL-5" vertex="1">
          <mxGeometry x="-670" y="900" width="100" height="70" as="geometry" />
        </mxCell>
        <mxCell id="mmp19IjbKsf9JtkNIgzo-2" value="Stable URL links to document nodes" style="text;html=1;strokeColor=#82b366;fillColor=#d5e8d4;align=center;verticalAlign=middle;whiteSpace=wrap;rounded=0;fontStyle=0;fontSize=16;" parent="5Hoejhb2v4ojji3GJ6aL-5" vertex="1">
          <mxGeometry x="-810" y="990" width="200" height="70" as="geometry" />
        </mxCell>
        <mxCell id="mmp19IjbKsf9JtkNIgzo-4" value="&lt;div&gt;StrictDoc qualification:&lt;/div&gt;&lt;div&gt;documentation and generator script.&amp;nbsp;&lt;/div&gt;&lt;div&gt;Increasing code coverage from 92% to 95%.&lt;/div&gt;" style="text;html=1;strokeColor=#82b366;fillColor=#d5e8d4;align=center;verticalAlign=middle;whiteSpace=wrap;rounded=0;fontStyle=0;fontSize=16;" parent="5Hoejhb2v4ojji3GJ6aL-5" vertex="1">
          <mxGeometry x="-640" y="1350" width="390" height="70" as="geometry" />
        </mxCell>
        <mxCell id="9eajPwNtl0Yfan4dj0gk-2" value="&lt;div&gt;Parse C/C++ test descriptions to SDoc&lt;/div&gt;" style="text;html=1;align=center;verticalAlign=middle;whiteSpace=wrap;rounded=0;fontStyle=0;fontSize=16;fillColor=#d5e8d4;strokeColor=#82b366;" parent="5Hoejhb2v4ojji3GJ6aL-5" vertex="1">
          <mxGeometry x="-450" y="900" width="200" height="70" as="geometry" />
        </mxCell>
        <mxCell id="9eajPwNtl0Yfan4dj0gk-3" value="Migration: [SECTION] -&amp;gt; [[SECTION]]" style="text;html=1;align=center;verticalAlign=middle;whiteSpace=wrap;rounded=0;fontStyle=0;fontSize=16;fillColor=#d5e8d4;strokeColor=#82b366;" parent="5Hoejhb2v4ojji3GJ6aL-5" vertex="1">
          <mxGeometry x="-590" y="990" width="240" height="70" as="geometry" />
        </mxCell>
        <mxCell id="9eajPwNtl0Yfan4dj0gk-4" value="Robot XML -&amp;gt; SDoc test report generator" style="text;html=1;align=center;verticalAlign=middle;whiteSpace=wrap;rounded=0;fontStyle=0;fontSize=16;fillColor=#d5e8d4;strokeColor=#82b366;" parent="5Hoejhb2v4ojji3GJ6aL-5" vertex="1">
          <mxGeometry x="-600" y="1260" width="170" height="70" as="geometry" />
        </mxCell>
        <mxCell id="9eajPwNtl0Yfan4dj0gk-6" value="UI: SingleChoice autocompletion" style="text;html=1;align=center;verticalAlign=middle;whiteSpace=wrap;rounded=0;fontStyle=0;fontSize=16;fillColor=#d5e8d4;strokeColor=#82b366;" parent="5Hoejhb2v4ojji3GJ6aL-5" vertex="1">
          <mxGeometry x="-690" y="1080" width="110" height="70" as="geometry" />
        </mxCell>
        <mxCell id="9eajPwNtl0Yfan4dj0gk-7" value="UI: MultipleChoice and Tag autocompletion" style="text;html=1;align=center;verticalAlign=middle;whiteSpace=wrap;rounded=0;fontStyle=0;fontSize=16;fillColor=#d5e8d4;strokeColor=#82b366;" parent="5Hoejhb2v4ojji3GJ6aL-5" vertex="1">
          <mxGeometry x="-560" y="1080" width="130" height="70" as="geometry" />
        </mxCell>
        <mxCell id="XZVLoPHtazhiIntYqJm0-1" value="&lt;div&gt;StrictDoc qualification:&lt;/div&gt;&lt;div&gt;Increasing branch code coverage from 95%, add traces between L2 and source code&lt;/div&gt;" style="text;html=1;strokeColor=#82b366;fillColor=#d5e8d4;align=center;verticalAlign=middle;whiteSpace=wrap;rounded=0;fontStyle=0;fontSize=16;" parent="5Hoejhb2v4ojji3GJ6aL-5" vertex="1">
          <mxGeometry x="-230" y="1350" width="460" height="70" as="geometry" />
        </mxCell>
        <mxCell id="XZVLoPHtazhiIntYqJm0-2" value="&lt;div&gt;Stabilization 2025 Q3: improvements in parallelization,&lt;/div&gt;&lt;div&gt;Mypy fixes, more robust testing of HTTP 200/304, improved exception handling (removing all sys.exit(1)), --debug option&lt;/div&gt;" style="text;html=1;strokeColor=#82b366;fillColor=#d5e8d4;align=center;verticalAlign=middle;whiteSpace=wrap;rounded=0;fontStyle=0;fontSize=16;" parent="5Hoejhb2v4ojji3GJ6aL-5" vertex="1">
          <mxGeometry x="-230" y="1440" width="460" height="70" as="geometry" />
        </mxCell>
        <mxCell id="DQXxV1SDU7K0vNSEASJG-1" value="Make ReqIF export XSD-compliant" style="text;html=1;align=center;verticalAlign=middle;whiteSpace=wrap;rounded=0;fontStyle=0;fontSize=16;fillColor=#d5e8d4;strokeColor=#82b366;" parent="5Hoejhb2v4ojji3GJ6aL-5" vertex="1">
          <mxGeometry x="-190" y="900" width="90" height="70" as="geometry" />
        </mxCell>
        <mxCell id="DQXxV1SDU7K0vNSEASJG-2" value="Initial OSLC interface" style="text;html=1;align=center;verticalAlign=middle;whiteSpace=wrap;rounded=0;fontStyle=0;fontSize=16;fillColor=#d5e8d4;strokeColor=#82b366;" parent="5Hoejhb2v4ojji3GJ6aL-5" vertex="1">
          <mxGeometry x="-200" y="1080" width="60" height="70" as="geometry" />
        </mxCell>
        <mxCell id="DQXxV1SDU7K0vNSEASJG-3" value="Sphinx-style math syntax" style="text;html=1;align=center;verticalAlign=middle;whiteSpace=wrap;rounded=0;fontStyle=0;fontSize=16;fillColor=#d5e8d4;strokeColor=#82b366;" parent="5Hoejhb2v4ojji3GJ6aL-5" vertex="1">
          <mxGeometry x="-210" y="1170" width="60" height="70" as="geometry" />
        </mxCell>
        <mxCell id="wGlYDuHkOPJJRXAxA-xv-1" value="Custom project statistics" style="text;html=1;align=center;verticalAlign=middle;whiteSpace=wrap;rounded=0;fontStyle=0;fontSize=16;fillColor=#d5e8d4;strokeColor=#82b366;" parent="5Hoejhb2v4ojji3GJ6aL-5" vertex="1">
          <mxGeometry x="-140" y="990" width="60" height="70" as="geometry" />
        </mxCell>
        <mxCell id="bVY8XDDc22kfF-ngX7oV-1" value="Static HTML search" style="text;html=1;align=center;verticalAlign=middle;whiteSpace=wrap;rounded=0;fontStyle=0;fontSize=16;fillColor=#d5e8d4;strokeColor=#82b366;" parent="5Hoejhb2v4ojji3GJ6aL-5" vertex="1">
          <mxGeometry x="-30" y="900" width="110" height="70" as="geometry" />
        </mxCell>
        <mxCell id="bVY8XDDc22kfF-ngX7oV-2" value="Testing StrictDoc with large trees (100+ docs)" style="text;html=1;align=center;verticalAlign=middle;whiteSpace=wrap;rounded=0;fontStyle=0;fontSize=16;fillColor=#d5e8d4;strokeColor=#82b366;" parent="5Hoejhb2v4ojji3GJ6aL-5" vertex="1">
          <mxGeometry x="-60" y="990" width="290" height="70" as="geometry" />
        </mxCell>
        <mxCell id="bVY8XDDc22kfF-ngX7oV-3" value="&lt;div&gt;Import ECSS EARM&lt;/div&gt;&lt;div&gt;(space standards&lt;/div&gt;" style="text;html=1;align=center;verticalAlign=middle;whiteSpace=wrap;rounded=0;fontStyle=0;fontSize=16;fillColor=#d5e8d4;strokeColor=#82b366;" parent="5Hoejhb2v4ojji3GJ6aL-5" vertex="1">
          <mxGeometry x="-89" y="1080" width="99" height="70" as="geometry" />
        </mxCell>
        <mxCell id="qf8SZqOVw3G4KriSUUQf-1" value="HTML2PDF strict mode" style="text;html=1;align=center;verticalAlign=middle;whiteSpace=wrap;rounded=0;fontStyle=0;fontSize=16;fillColor=#d5e8d4;strokeColor=#82b366;" parent="5Hoejhb2v4ojji3GJ6aL-5" vertex="1">
          <mxGeometry x="39" y="1170" width="80" height="70" as="geometry" />
        </mxCell>
        <mxCell id="hAngQm-B19KVU63WBlpS-1" value="Tree map visualization" style="text;html=1;align=center;verticalAlign=middle;whiteSpace=wrap;rounded=0;fontStyle=0;fontSize=16;fillColor=#d5e8d4;strokeColor=#82b366;" parent="5Hoejhb2v4ojji3GJ6aL-5" vertex="1">
          <mxGeometry x="140" y="900" width="100" height="70" as="geometry" />
        </mxCell>
        <mxCell id="hAngQm-B19KVU63WBlpS-2" value="&lt;div&gt;Support parsing Ada source code&lt;/div&gt;(tree-sitter-ada)" style="text;html=1;align=center;verticalAlign=middle;whiteSpace=wrap;rounded=0;fontStyle=0;fontSize=16;fillColor=#d5e8d4;strokeColor=#82b366;" parent="5Hoejhb2v4ojji3GJ6aL-5" vertex="1">
          <mxGeometry x="-180" y="1260" width="130" height="70" as="geometry" />
        </mxCell>
        <mxCell id="CJRkyjP5KVGCwtUBZvE2-1" value="HTML2PDF more layout tests" style="text;html=1;align=center;verticalAlign=middle;whiteSpace=wrap;rounded=0;fontStyle=0;fontSize=16;fillColor=#d5e8d4;strokeColor=#82b366;" parent="5Hoejhb2v4ojji3GJ6aL-5" vertex="1">
          <mxGeometry x="129" y="1170" width="401" height="70" as="geometry" />
        </mxCell>
        <mxCell id="CJRkyjP5KVGCwtUBZvE2-2" value="&lt;div&gt;StrictDoc qualification:&lt;/div&gt;&lt;div&gt;Increasing branch code coverage from 97%,&lt;/div&gt;&lt;div&gt;add traces between L2 and source code&lt;/div&gt;" style="text;html=1;strokeColor=#82b366;fillColor=#d5e8d4;align=center;verticalAlign=middle;whiteSpace=wrap;rounded=0;fontStyle=0;fontSize=16;" parent="5Hoejhb2v4ojji3GJ6aL-5" vertex="1">
          <mxGeometry x="250" y="1350" width="460" height="70" as="geometry" />
        </mxCell>
        <mxCell id="CJRkyjP5KVGCwtUBZvE2-3" value="&lt;div&gt;Stabilization 2025 Q4: HTML2PDF fixes for bundle documents, download PDF with document file name, linting of Conventional Commits, major CLI refactoring into Command pattern, basic direnv&lt;/div&gt;" style="text;html=1;strokeColor=#82b366;fillColor=#d5e8d4;align=center;verticalAlign=middle;whiteSpace=wrap;rounded=0;fontStyle=0;fontSize=16;" parent="5Hoejhb2v4ojji3GJ6aL-5" vertex="1">
          <mxGeometry x="250" y="1440" width="460" height="70" as="geometry" />
        </mxCell>
        <mxCell id="eRPcp-Zo6v9222eVP6_e-1" value="&lt;div&gt;StrictDoc configuration with a Python file (strictdoc_config.py&lt;/div&gt;" style="text;html=1;align=center;verticalAlign=middle;whiteSpace=wrap;rounded=0;fontStyle=0;fontSize=16;fillColor=#d5e8d4;strokeColor=#82b366;" parent="5Hoejhb2v4ojji3GJ6aL-5" vertex="1">
          <mxGeometry x="180" y="1080" width="140" height="70" as="geometry" />
        </mxCell>
        <mxCell id="eRPcp-Zo6v9222eVP6_e-2" value="&lt;div&gt;Reading SDoc nodes from source files — Further work driven by Linux Kernel Requirements Template proposal&lt;/div&gt;" style="text;html=1;align=center;verticalAlign=middle;whiteSpace=wrap;rounded=0;fontStyle=0;fontSize=16;fillColor=#d5e8d4;strokeColor=#82b366;" parent="5Hoejhb2v4ojji3GJ6aL-5" vertex="1">
          <mxGeometry x="240" y="1260" width="300" height="70" as="geometry" />
        </mxCell>
        <mxCell id="2Au77a0Va1j8vjX5-GUo-1" value="Diff: Included documents" style="text;html=1;align=center;verticalAlign=middle;whiteSpace=wrap;rounded=0;fontStyle=0;fontSize=16;fillColor=#d5e8d4;strokeColor=#82b366;" parent="5Hoejhb2v4ojji3GJ6aL-5" vertex="1">
          <mxGeometry x="310" y="990" width="70" height="70" as="geometry" />
        </mxCell>
        <mxCell id="OCJ0sT8p7vvNHOtbERSk-1" value="Linking nodes via MID instead of UID" style="text;html=1;align=center;verticalAlign=middle;whiteSpace=wrap;rounded=0;fontStyle=0;fontSize=16;fillColor=#d5e8d4;strokeColor=#82b366;" parent="5Hoejhb2v4ojji3GJ6aL-5" vertex="1">
          <mxGeometry x="470" y="900" width="90" height="70" as="geometry" />
        </mxCell>
        <mxCell id="N9cUJzr8JpDOqpJWMLWi-1" value="&lt;div&gt;&lt;font style=&quot;color: rgb(0, 0, 0);&quot;&gt;Support parsing Rust source code&lt;/font&gt;&lt;/div&gt;&lt;font style=&quot;color: rgb(0, 0, 0);&quot;&gt;(StrictDoc parser)&lt;/font&gt;" style="text;html=1;align=center;verticalAlign=middle;whiteSpace=wrap;rounded=0;fontStyle=0;fontSize=16;fillColor=#d5e8d4;strokeColor=#82b366;" parent="5Hoejhb2v4ojji3GJ6aL-5" vertex="1">
          <mxGeometry x="500" y="990" width="470" height="70" as="geometry" />
        </mxCell>
        <mxCell id="N9cUJzr8JpDOqpJWMLWi-2" value="&lt;div&gt;HTML2PDF linear&amp;nbsp;&lt;/div&gt;&lt;div&gt;mutation test&lt;/div&gt;" style="text;html=1;align=center;verticalAlign=middle;whiteSpace=wrap;rounded=0;fontStyle=0;fontSize=16;fillColor=#d5e8d4;strokeColor=#82b366;" parent="5Hoejhb2v4ojji3GJ6aL-5" vertex="1">
          <mxGeometry x="540" y="1170" width="140" height="70" as="geometry" />
        </mxCell>
        <mxCell id="qJYqoqn38ZtzMwR7RZV4-1" value="RST&amp;nbsp;&lt;div&gt;code block syntax highlighting&lt;/div&gt;" style="text;html=1;align=center;verticalAlign=middle;whiteSpace=wrap;rounded=0;fontStyle=0;fontSize=16;fillColor=#d5e8d4;strokeColor=#82b366;" parent="5Hoejhb2v4ojji3GJ6aL-5" vertex="1">
          <mxGeometry x="610" y="900" width="80" height="70" as="geometry" />
        </mxCell>
        <mxCell id="UIBK7DAsS_p9NtYpbiHR-1" value="&lt;div&gt;Node forced page breaks&lt;/div&gt;" style="text;html=1;align=center;verticalAlign=middle;whiteSpace=wrap;rounded=0;fontStyle=0;fontSize=16;fillColor=#d5e8d4;strokeColor=#82b366;" parent="5Hoejhb2v4ojji3GJ6aL-5" vertex="1">
          <mxGeometry x="690" y="1170" width="70" height="70" as="geometry" />
        </mxCell>
        <mxCell id="UIBK7DAsS_p9NtYpbiHR-2" value="Grammar aliases" style="text;html=1;align=center;verticalAlign=middle;whiteSpace=wrap;rounded=0;fontStyle=0;fontSize=16;fillColor=#d5e8d4;strokeColor=#82b366;" parent="5Hoejhb2v4ojji3GJ6aL-5" vertex="1">
          <mxGeometry x="630" y="1080" width="60" height="70" as="geometry" />
        </mxCell>
        <mxCell id="UIBK7DAsS_p9NtYpbiHR-3" value="Take into account .gitignore" style="text;html=1;align=center;verticalAlign=middle;whiteSpace=wrap;rounded=0;fontStyle=0;fontSize=16;fillColor=#d5e8d4;strokeColor=#82b366;" parent="5Hoejhb2v4ojji3GJ6aL-5" vertex="1">
          <mxGeometry x="700" y="1080" width="60" height="70" as="geometry" />
        </mxCell>
        <mxCell id="UIBK7DAsS_p9NtYpbiHR-4" value="&lt;div&gt;Stabilization 2026 Q1: Python 3.14 changes, drop Python 3.9, testing out various html2pdf4doc corner cases&lt;/div&gt;" style="text;html=1;strokeColor=#82b366;fillColor=#d5e8d4;align=center;verticalAlign=middle;whiteSpace=wrap;rounded=0;fontStyle=0;fontSize=16;" parent="5Hoejhb2v4ojji3GJ6aL-5" vertex="1">
          <mxGeometry x="730" y="1440" width="460" height="70" as="geometry" />
        </mxCell>
        <mxCell id="UIBK7DAsS_p9NtYpbiHR-5" value="&lt;div&gt;Python API example&lt;/div&gt;" style="text;html=1;align=center;verticalAlign=middle;whiteSpace=wrap;rounded=0;fontStyle=0;fontSize=16;fillColor=#d5e8d4;strokeColor=#82b366;" parent="5Hoejhb2v4ojji3GJ6aL-5" vertex="1">
          <mxGeometry x="730" y="1260" width="60" height="70" as="geometry" />
        </mxCell>
        <mxCell id="QXMQ5QSOgz17hu6IqZ7S-1" value="&lt;div&gt;Project Config&lt;/div&gt;&lt;div&gt;re-design&lt;/div&gt;" style="text;html=1;align=center;verticalAlign=middle;whiteSpace=wrap;rounded=0;fontStyle=0;fontSize=16;fillColor=#d5e8d4;strokeColor=#82b366;" parent="5Hoejhb2v4ojji3GJ6aL-5" vertex="1">
          <mxGeometry x="790" y="1260" width="60" height="70" as="geometry" />
        </mxCell>
        <mxCell id="RSrML0RW6xnv4YvW7EgN-1" value="&lt;div&gt;Make FastAPI routes ready for concurrent use by multiple users&lt;/div&gt;" style="text;html=1;align=center;verticalAlign=middle;whiteSpace=wrap;rounded=0;fontStyle=0;fontSize=16;fillColor=#d5e8d4;strokeColor=#82b366;" parent="5Hoejhb2v4ojji3GJ6aL-5" vertex="1">
          <mxGeometry x="830" y="900" width="360" height="70" as="geometry" />
        </mxCell>
        <mxCell id="i9ebHU4jXC01XqZ85zlA-1" value="&lt;div&gt;Initial Markdown support&lt;/div&gt;" style="text;html=1;align=center;verticalAlign=middle;whiteSpace=wrap;rounded=0;fontStyle=0;fontSize=16;fillColor=#d5e8d4;strokeColor=#82b366;" parent="5Hoejhb2v4ojji3GJ6aL-5" vertex="1">
          <mxGeometry x="1010" y="1080" width="120" height="70" as="geometry" />
        </mxCell>
        <mxCell id="9iJkdfeWUvHY5kI_EfWC-1" value="&lt;div&gt;Static HTML search on server&lt;/div&gt;" style="text;html=1;align=center;verticalAlign=middle;whiteSpace=wrap;rounded=0;fontStyle=0;fontSize=16;fillColor=#d5e8d4;strokeColor=#82b366;" parent="5Hoejhb2v4ojji3GJ6aL-5" vertex="1">
          <mxGeometry x="920" y="1170" width="210" height="70" as="geometry" />
        </mxCell>
        <mxCell id="3zg7_a4Cr1-tkNY---Zh-1" value="&lt;div&gt;HTML2PDF cross-document links&lt;/div&gt;" style="text;html=1;align=center;verticalAlign=middle;whiteSpace=wrap;rounded=0;fontStyle=0;fontSize=16;fillColor=#d5e8d4;strokeColor=#82b366;" parent="5Hoejhb2v4ojji3GJ6aL-5" vertex="1">
          <mxGeometry x="1070" y="990" width="80" height="70" as="geometry" />
        </mxCell>
-         <mxCell id="3zg7_a4Cr1-tkNY---Zh-2" value="&lt;div&gt;Markdown — Relations syntax improvements&lt;/div&gt;" style="text;html=1;align=center;verticalAlign=middle;whiteSpace=wrap;rounded=0;fontStyle=0;fontSize=16;fillColor=#fff2cc;strokeColor=#d6b656;" parent="5Hoejhb2v4ojji3GJ6aL-5" vertex="1">
-           <mxGeometry x="1210" y="1080" width="390" height="70" as="geometry" />
-         </mxCell>
-         <mxCell id="NG1bawOdFmVwRv8Im0xz-1" value="&lt;div&gt;Stabilization 2026 Q2&lt;/div&gt;&lt;div&gt;&lt;br&gt;&lt;/div&gt;&lt;div&gt;Remove language aware parsers feature option (now default), features/ migration started&lt;/div&gt;" style="text;html=1;strokeColor=#d6b656;fillColor=#fff2cc;align=center;verticalAlign=middle;whiteSpace=wrap;rounded=0;fontStyle=0;fontSize=16;" parent="5Hoejhb2v4ojji3GJ6aL-5" vertex="1">
+         <mxCell id="3zg7_a4Cr1-tkNY---Zh-2" value="&lt;div&gt;Markdown — Relations syntax improvements&lt;/div&gt;" style="text;html=1;align=center;verticalAlign=middle;whiteSpace=wrap;rounded=0;fontStyle=0;fontSize=16;fillColor=#d5e8d4;strokeColor=#82b366;" parent="5Hoejhb2v4ojji3GJ6aL-5" vertex="1">
+           <mxGeometry x="1210" y="1080" width="330" height="70" as="geometry" />
+         </mxCell>
+         <mxCell id="NG1bawOdFmVwRv8Im0xz-1" value="&lt;div&gt;Stabilization 2026 Q2&lt;/div&gt;&lt;div&gt;&lt;br&gt;&lt;/div&gt;&lt;div&gt;Remove language aware parsers feature option (now default), features/ migration&lt;/div&gt;" style="text;html=1;strokeColor=#d6b656;fillColor=#fff2cc;align=center;verticalAlign=middle;whiteSpace=wrap;rounded=0;fontStyle=0;fontSize=16;" parent="5Hoejhb2v4ojji3GJ6aL-5" vertex="1">
          <mxGeometry x="1210" y="1440" width="460" height="70" as="geometry" />
        </mxCell>
        <mxCell id="NG1bawOdFmVwRv8Im0xz-2" value="&lt;div&gt;Drag-and-drop image upload&lt;/div&gt;" style="text;html=1;align=center;verticalAlign=middle;whiteSpace=wrap;rounded=0;fontStyle=0;fontSize=16;fillColor=#fff2cc;strokeColor=#d6b656;" parent="5Hoejhb2v4ojji3GJ6aL-5" vertex="1">
          <mxGeometry x="1130" y="1260" width="540" height="70" as="geometry" />
        </mxCell>
        <mxCell id="RImopIBfapGW27McXgfb-1" value="&lt;div&gt;Single- vs multiline field issues&lt;/div&gt;" style="text;html=1;align=center;verticalAlign=middle;whiteSpace=wrap;rounded=0;fontStyle=0;fontSize=16;fillColor=#d5e8d4;strokeColor=#82b366;" parent="5Hoejhb2v4ojji3GJ6aL-5" vertex="1">
          <mxGeometry x="1360" y="990" width="80" height="70" as="geometry" />
        </mxCell>
        <mxCell id="RImopIBfapGW27McXgfb-2" value="&lt;div&gt;Tree Map screen improvements&lt;/div&gt;" style="text;html=1;align=center;verticalAlign=middle;whiteSpace=wrap;rounded=0;fontStyle=0;fontSize=16;fillColor=#d5e8d4;strokeColor=#82b366;" parent="5Hoejhb2v4ojji3GJ6aL-5" vertex="1">
          <mxGeometry x="1280" y="900" width="80" height="70" as="geometry" />
        </mxCell>
        <mxCell id="RImopIBfapGW27McXgfb-3" value="&lt;div&gt;WHAT-WHY-HOW tutorial&lt;/div&gt;" style="text;html=1;align=center;verticalAlign=middle;whiteSpace=wrap;rounded=0;fontStyle=0;fontSize=16;fillColor=#d5e8d4;strokeColor=#82b366;" parent="5Hoejhb2v4ojji3GJ6aL-5" vertex="1">
          <mxGeometry x="960" y="1350" width="400" height="70" as="geometry" />
        </mxCell>
        <mxCell id="RImopIBfapGW27McXgfb-4" value="&lt;div&gt;C reader: recognize selected C macros&lt;/div&gt;" style="text;html=1;align=center;verticalAlign=middle;whiteSpace=wrap;rounded=0;fontStyle=0;fontSize=16;fillColor=#d5e8d4;strokeColor=#82b366;" parent="5Hoejhb2v4ojji3GJ6aL-5" vertex="1">
          <mxGeometry x="1370" y="900" width="80" height="70" as="geometry" />
        </mxCell>
        <mxCell id="S7qylqRdD8e5_p44ZXv2-1" value="&lt;div&gt;Table screen: Content filters and content editing&lt;/div&gt;" style="text;html=1;align=center;verticalAlign=middle;whiteSpace=wrap;rounded=0;fontStyle=0;fontSize=16;fillColor=#fff2cc;strokeColor=#d6b656;" parent="5Hoejhb2v4ojji3GJ6aL-5" vertex="1">
          <mxGeometry x="1460" y="900" width="230" height="70" as="geometry" />
        </mxCell>
-         <mxCell id="m9XbbClwqRoo2d-S99YS-1" value="&lt;div&gt;Editable web: Readonly content for autogen fields&lt;/div&gt;" style="text;html=1;align=center;verticalAlign=middle;whiteSpace=wrap;rounded=0;fontStyle=0;fontSize=16;fillColor=#fff2cc;strokeColor=#d6b656;" vertex="1" parent="5Hoejhb2v4ojji3GJ6aL-5">
+         <mxCell id="m9XbbClwqRoo2d-S99YS-1" value="&lt;div&gt;Editable web: Readonly content for autogen fields&lt;/div&gt;" style="text;html=1;align=center;verticalAlign=middle;whiteSpace=wrap;rounded=0;fontStyle=0;fontSize=16;fillColor=#fff2cc;strokeColor=#d6b656;" parent="5Hoejhb2v4ojji3GJ6aL-5" vertex="1">
          <mxGeometry x="1510" y="990" width="160" height="70" as="geometry" />
        </mxCell>
-         <mxCell id="m9XbbClwqRoo2d-S99YS-2" value="&lt;div&gt;TK-based launcher GUI&lt;/div&gt;" style="text;html=1;align=center;verticalAlign=middle;whiteSpace=wrap;rounded=0;fontStyle=0;fontSize=16;fillColor=#fff2cc;strokeColor=#d6b656;" vertex="1" parent="5Hoejhb2v4ojji3GJ6aL-5">
-           <mxGeometry x="1220" y="1170" width="380" height="70" as="geometry" />
+         <mxCell id="m9XbbClwqRoo2d-S99YS-2" value="&lt;div&gt;TK-based launcher GUI&lt;/div&gt;" style="text;html=1;align=center;verticalAlign=middle;whiteSpace=wrap;rounded=0;fontStyle=0;fontSize=16;fillColor=#d5e8d4;strokeColor=#82b366;" parent="5Hoejhb2v4ojji3GJ6aL-5" vertex="1">
+           <mxGeometry x="1220" y="1170" width="280" height="70" as="geometry" />
        </mxCell>
      </root>
    </mxGraphModel>
  </diagram>
</mxfile>
